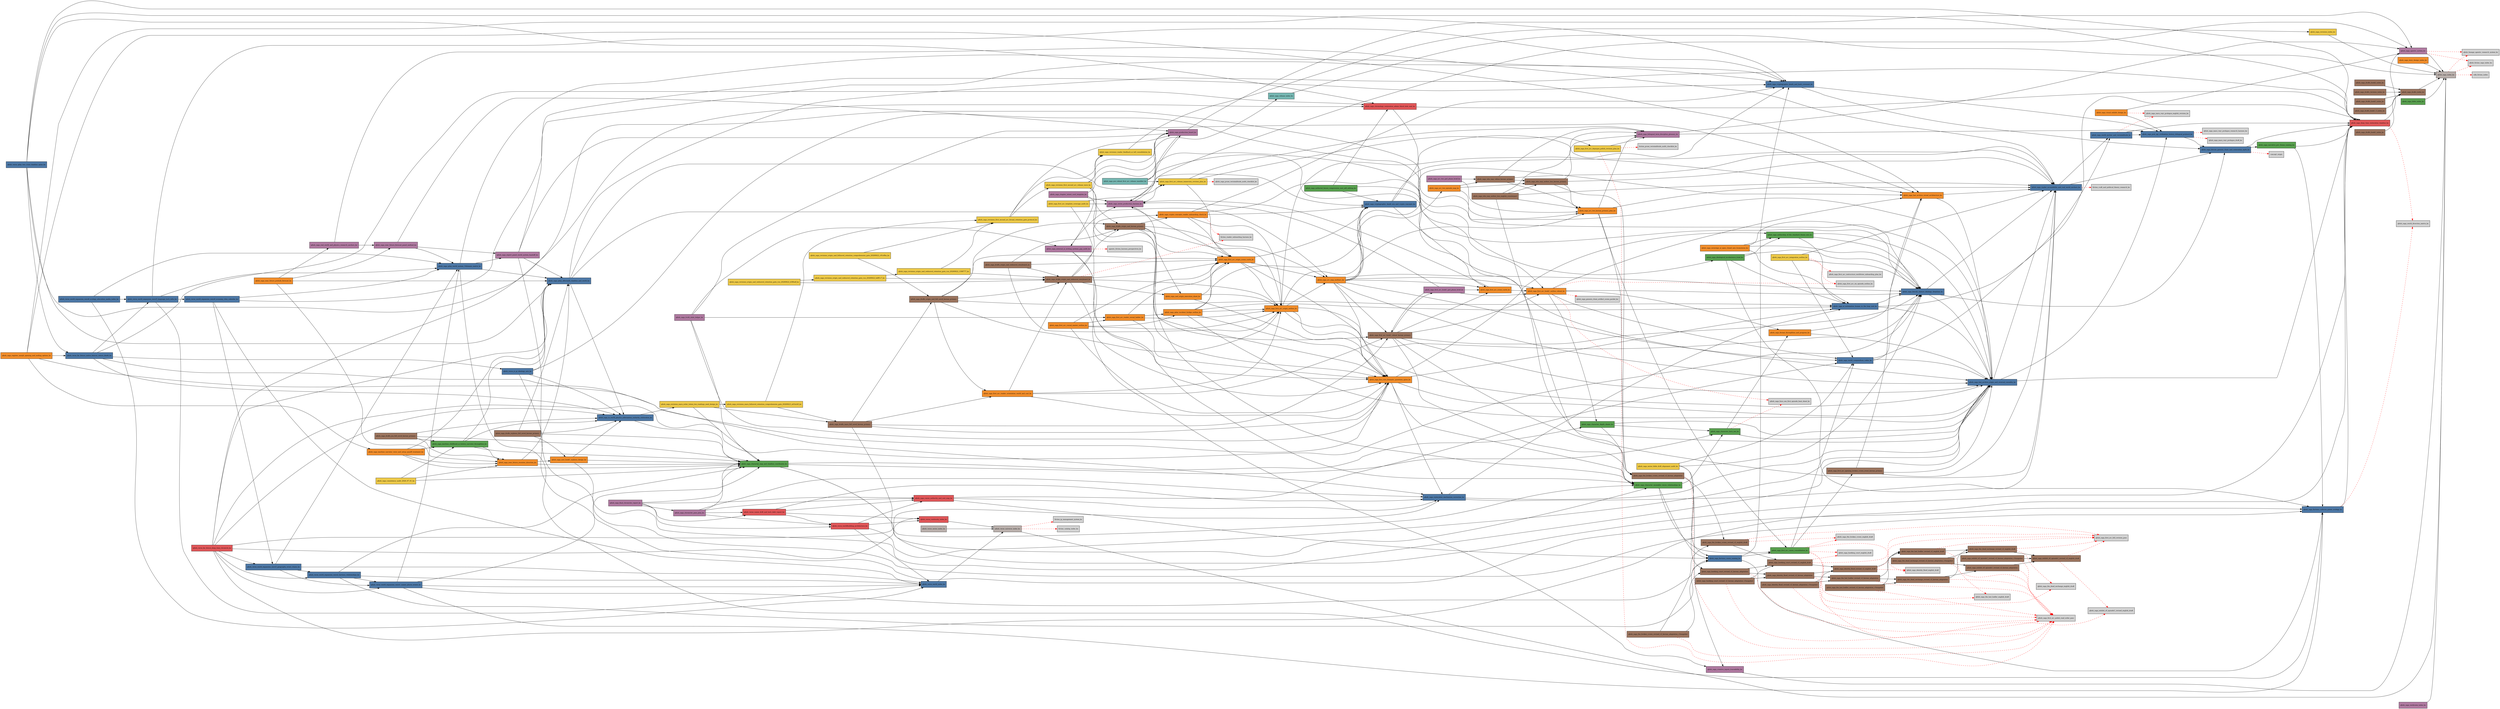
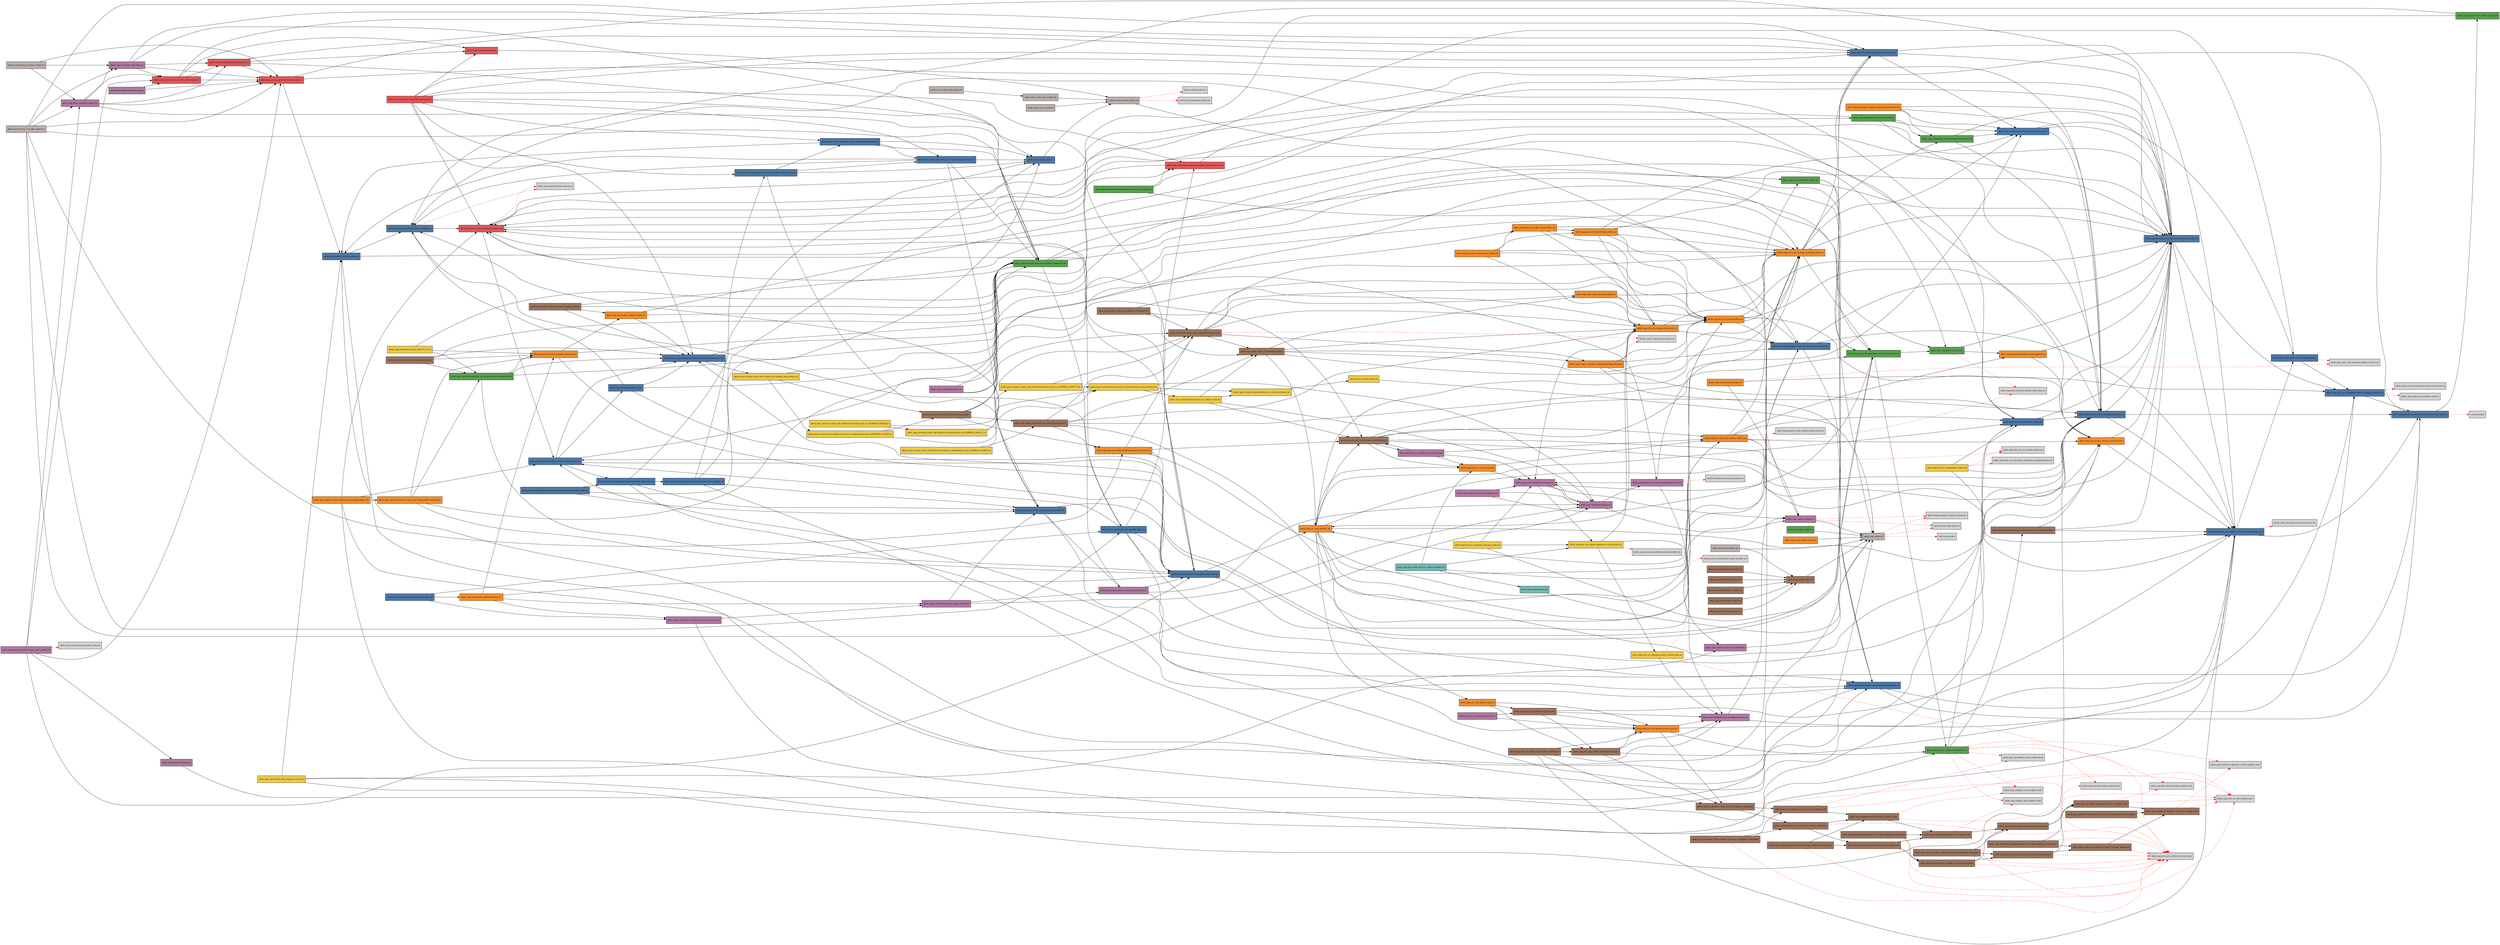
digraph qfuds_verse {
  rankdir=LR;
  node [shape=box, style=filled, fontsize=9];
  "qfuds_saga_canon_authority_and_ssot_map_ko" [fillcolor="#e15759", label="qfuds_saga_canon_authority_and_ssot_map_ko"];
  "qfuds_saga_deep_time_restoration_timeline_ko" [fillcolor="#e15759", label="qfuds_saga_deep_time_restoration_timeline_ko"];
  "qfuds_saga_chronology_restoration_admin_black_hole_seat_ko" [fillcolor="#e15759", label="qfuds_saga_chronology_restoration_admin_black_hole_seat_ko"];
  "qfuds_verse_far_future_deep_time_chronicle_ko" [fillcolor="#e15759", label="qfuds_verse_far_future_deep_time_chronicle_ko"];
  "qfuds_verse_worldbuilding_architecture_ko" [fillcolor="#e15759", label="qfuds_verse_worldbuilding_architecture_ko"];
  "qfuds_verse_canon_drift_and_tech_debt_report_ko" [fillcolor="#e15759", label="qfuds_verse_canon_drift_and_tech_debt_report_ko"];
  "qfuds_verse_continuity_index_ko" [fillcolor="#e15759", label="qfuds_verse_continuity_index_ko"];
  "qfuds_saga_world_anchor_and_verisimilitude_ko" [fillcolor="#4e79a7", label="qfuds_saga_world_anchor_and_verisimilitude_ko"];
  "qfuds_saga_factions_cultures_power_ecology_ko" [fillcolor="#4e79a7", label="qfuds_saga_factions_cultures_power_ecology_ko"];
  "qfuds_saga_bitcoin_genesis_chain_and_restoration_myth_ko" [fillcolor="#4e79a7", label="qfuds_saga_bitcoin_genesis_chain_and_restoration_myth_ko"];
  "qfuds_saga_post_agi_civilization_history_bilingual_protocol_ko" [fillcolor="#4e79a7", label="qfuds_saga_post_agi_civilization_history_bilingual_protocol_ko"];
  "qfuds_saga_cryptographic_death_and_hash_covenant_ko" [fillcolor="#4e79a7", label="qfuds_saga_cryptographic_death_and_hash_covenant_ko"];
  "qfuds_saga_reader_accessibility_and_real_world_anchors_ko" [fillcolor="#4e79a7", label="qfuds_saga_reader_accessibility_and_real_world_anchors_ko"];
  "qfuds_saga_last_archive_origin_and_reversal_causality_ko" [fillcolor="#4e79a7", label="qfuds_saga_last_archive_origin_and_reversal_causality_ko"];
  "qfuds_saga_cryptographic_death_era_and_crypto_concepts_ko" [fillcolor="#4e79a7", label="qfuds_saga_cryptographic_death_era_and_crypto_concepts_ko"];
  "qfuds_saga_factions_canon_naming_ko" [fillcolor="#4e79a7", label="qfuds_saga_factions_canon_naming_ko"];
  "qfuds_saga_bitcoin_stature_ideology_deeptime_ko" [fillcolor="#4e79a7", label="qfuds_saga_bitcoin_stature_ideology_deeptime_ko"];
  "qfuds_saga_world_compendium_codex_ko" [fillcolor="#4e79a7", label="qfuds_saga_world_compendium_codex_ko"];
  "qfuds_saga_ai_automation_human_in_the_loop_ssot_ko" [fillcolor="#4e79a7", label="qfuds_saga_ai_automation_human_in_the_loop_ssot_ko"];
  "qfuds_saga_restoration_mechanism_correction_ko" [fillcolor="#4e79a7", label="qfuds_saga_restoration_mechanism_correction_ko"];
  "qfuds_saga_in_world_physics_information_unitarity_restoration_ko" [fillcolor="#4e79a7", label="qfuds_saga_in_world_physics_information_unitarity_restoration_ko"];
  "qfuds_saga_qday_aftermath_timeline_and_world_ko" [fillcolor="#4e79a7", label="qfuds_saga_qday_aftermath_timeline_and_world_ko"];
  "qfuds_saga_qday_world_system_14domain_matrix_ko" [fillcolor="#4e79a7", label="qfuds_saga_qday_world_system_14domain_matrix_ko"];
  "qfuds_verse_world_expansion_wave1_names_places_events_ko" [fillcolor="#4e79a7", label="qfuds_verse_world_expansion_wave1_names_places_events_ko"];
  "qfuds_verse_world_expansion_wave2_factions_relationships_ko" [fillcolor="#4e79a7", label="qfuds_verse_world_expansion_wave2_factions_relationships_ko"];
  "qfuds_verse_world_expansion_wave3_geography_event_chains_ko" [fillcolor="#4e79a7", label="qfuds_verse_world_expansion_wave3_geography_event_chains_ko"];
  "qfuds_verse_world_expansion_wave4_economy_rites_calendar_ko" [fillcolor="#4e79a7", label="qfuds_verse_world_expansion_wave4_economy_rites_calendar_ko"];
  "qfuds_verse_world_expansion_wave5_language_tech_infra_ko" [fillcolor="#4e79a7", label="qfuds_verse_world_expansion_wave5_language_tech_infra_ko"];
  "qfuds_verse_world_expansion_wave6_ecology_education_media_index_ko" [fillcolor="#4e79a7", label="qfuds_verse_world_expansion_wave6_ecology_education_media_index_ko"];
  "qfuds_verse_yi_gi_ideology_axis_ko" [fillcolor="#4e79a7", label="qfuds_verse_yi_gi_ideology_axis_ko"];
  "qfuds_verse_far_future_native_lexicon_return_death_ko" [fillcolor="#4e79a7", label="qfuds_verse_far_future_native_lexicon_return_death_ko"];
  "qfuds_verse_qday_two_crisis_timeline_spine_ko" [fillcolor="#4e79a7", label="qfuds_verse_qday_two_crisis_timeline_spine_ko"];
+   "qfuds_verse_deeptime_catastrophe_pillar_spine_ko" [fillcolor="#4e79a7", label="qfuds_verse_deeptime_catastrophe_pillar_spine_ko"];
  "qfuds_verse_world_index_ko" [fillcolor="#4e79a7", label="qfuds_verse_world_index_ko"];
  "qfuds_verse_series_index_ko" [fillcolor="#bab0ac", label="qfuds_verse_series_index_ko"];
+   "qfuds_saga_encyclopedia_ko" [fillcolor="#bab0ac", label="qfuds_saga_encyclopedia_ko"];
  "qfuds_saga_narrative_pov_theme_naming_ko" [fillcolor="#59a14f", label="qfuds_saga_narrative_pov_theme_naming_ko"];
  "qfuds_saga_first_arc_canon_consolidation_ko" [fillcolor="#59a14f", label="qfuds_saga_first_arc_canon_consolidation_ko"];
  "qfuds_saga_character_liora_sen_ko" [fillcolor="#59a14f", label="qfuds_saga_character_liora_sen_ko"];
  "qfuds_saga_authorial_lenses_compression_ssot_soft_editing_ko" [fillcolor="#59a14f", label="qfuds_saga_authorial_lenses_compression_ssot_soft_editing_ko"];
  "qfuds_saga_character_ensemble_voices_relationships_ko" [fillcolor="#59a14f", label="qfuds_saga_character_ensemble_voices_relationships_ko"];
  "qfuds_saga_character_depth_sheets_ko" [fillcolor="#59a14f", label="qfuds_saga_character_depth_sheets_ko"];
  "qfuds_saga_authorship_of_the_standard_theme_axis_ko" [fillcolor="#59a14f", label="qfuds_saga_authorship_of_the_standard_theme_axis_ko"];
  "qfuds_saga_ideological_incoherence_triad_ko" [fillcolor="#59a14f", label="qfuds_saga_ideological_incoherence_triad_ko"];
  "qfuds_saga_character_map_and_timeline_coordinates_ko" [fillcolor="#59a14f", label="qfuds_saga_character_map_and_timeline_coordinates_ko"];
  "qfuds_saga_machine_childhood_ai_history_narrator_throughline_ko" [fillcolor="#59a14f", label="qfuds_saga_machine_childhood_ai_history_narrator_throughline_ko"];
  "qfuds_saga_bible_index_ko" [fillcolor="#59a14f", label="qfuds_saga_bible_index_ko"];
  "qfuds_saga_agentic_system_ko" [fillcolor="#b07aa1", label="qfuds_saga_agentic_system_ko"];
  "qfuds_saga_bilingual_term_discipline_glossary_ko" [fillcolor="#b07aa1", label="qfuds_saga_bilingual_term_discipline_glossary_ko"];
  "qfuds_saga_arc_two_gsd_phase_brief_ko" [fillcolor="#b07aa1", label="qfuds_saga_arc_two_gsd_phase_brief_ko"];
  "qfuds_saga_series_production_harness_ko" [fillcolor="#b07aa1", label="qfuds_saga_series_production_harness_ko"];
  "qfuds_saga_creative_inputs_traceability_ko" [fillcolor="#b07aa1", label="qfuds_saga_creative_inputs_traceability_ko"];
  "qfuds_saga_first_arc_book1_gsd_phase_brief_ko" [fillcolor="#b07aa1", label="qfuds_saga_first_arc_book1_gsd_phase_brief_ko"];
  "qfuds_saga_external_ai_writing_systems_gap_audit_ko" [fillcolor="#b07aa1", label="qfuds_saga_external_ai_writing_systems_gap_audit_ko"];
  "qfuds_saga_production_board_ko" [fillcolor="#b07aa1", label="qfuds_saga_production_board_ko"];
  "qfuds_saga_chapter_intent_card_template_ko" [fillcolor="#b07aa1", label="qfuds_saga_chapter_intent_card_template_ko"];
  "qfuds_saga_expert_panel_world_system_handoff_ko" [fillcolor="#b07aa1", label="qfuds_saga_expert_panel_world_system_handoff_ko"];
  "qfuds_saga_near_future_forecast_panel_method_ko" [fillcolor="#b07aa1", label="qfuds_saga_near_future_forecast_panel_method_ko"];
  "qfuds_saga_real_world_and_physics_research_anchors_ko" [fillcolor="#b07aa1", label="qfuds_saga_real_world_and_physics_research_anchors_ko"];
  "qfuds_saga_truth_state_ledger_ko" [fillcolor="#b07aa1", label="qfuds_saga_truth_state_ledger_ko"];
  "qfuds_saga_chronicler_pass_plan_ko" [fillcolor="#b07aa1", label="qfuds_saga_chronicler_pass_plan_ko"];
  "qfuds_saga_final_chronicler_report_ko" [fillcolor="#b07aa1", label="qfuds_saga_final_chronicler_report_ko"];
+   "qfuds_saga_fable_worldview_canon_audit_prompt_ko" [fillcolor="#b07aa1", label="qfuds_saga_fable_worldview_canon_audit_prompt_ko"];
+   "qfuds_verse_shelf_renumber_map_ko" [fillcolor="#b07aa1", label="qfuds_verse_shelf_renumber_map_ko"];
  "qfuds_saga_workroom_index_ko" [fillcolor="#b07aa1", label="qfuds_saga_workroom_index_ko"];
  "qfuds_saga_visual_exhibit_design_ko" [fillcolor="#f28e2b", label="qfuds_saga_visual_exhibit_design_ko"];
  "qfuds_saga_arc_two_korean_primary_plan_ko" [fillcolor="#f28e2b", label="qfuds_saga_arc_two_korean_primary_plan_ko"];
  "qfuds_saga_last_archive_reveal_architecture_ko" [fillcolor="#f28e2b", label="qfuds_saga_last_archive_reveal_architecture_ko"];
  "qfuds_saga_format_throughline_and_progress_ko" [fillcolor="#f28e2b", label="qfuds_saga_format_throughline_and_progress_ko"];
  "qfuds_saga_arc_two_episode_map_ko" [fillcolor="#f28e2b", label="qfuds_saga_arc_two_episode_map_ko"];
  "qfuds_saga_arc_map_multiarc_ko" [fillcolor="#f28e2b", label="qfuds_saga_arc_map_multiarc_ko"];
  "qfuds_saga_first_arc_book1_outline_reboot_ko" [fillcolor="#f28e2b", label="qfuds_saga_first_arc_book1_outline_reboot_ko"];
  "qfuds_saga_first_arc_scene_cards_ko" [fillcolor="#f28e2b", label="qfuds_saga_first_arc_scene_cards_ko"];
  "qfuds_saga_sovereign_ai_open_closed_axis_brainstorm_ko" [fillcolor="#f28e2b", label="qfuds_saga_sovereign_ai_open_closed_axis_brainstorm_ko"];
  "qfuds_saga_five_core_dramatic_questions_spine_ko" [fillcolor="#f28e2b", label="qfuds_saga_five_core_dramatic_questions_spine_ko"];
  "qfuds_saga_first_arc_origin_outline_ko" [fillcolor="#f28e2b", label="qfuds_saga_first_arc_origin_outline_ko"];
  "qfuds_saga_first_arc_origin_scene_cards_ko" [fillcolor="#f28e2b", label="qfuds_saga_first_arc_origin_scene_cards_ko"];
  "qfuds_saga_crypto_concepts_reader_onboarding_check_ko" [fillcolor="#f28e2b", label="qfuds_saga_crypto_concepts_reader_onboarding_check_ko"];
  "qfuds_saga_sael_origin_execution_sheet_ko" [fillcolor="#f28e2b", label="qfuds_saga_sael_origin_execution_sheet_ko"];
  "qfuds_saga_qday_incident_bridge_outline_ko" [fillcolor="#f28e2b", label="qfuds_saga_qday_incident_bridge_outline_ko"];
  "qfuds_saga_first_arc_reader_reveal_ladder_ko" [fillcolor="#f28e2b", label="qfuds_saga_first_arc_reader_reveal_ladder_ko"];
  "qfuds_saga_first_arc_causal_master_outline_ko" [fillcolor="#f28e2b", label="qfuds_saga_first_arc_causal_master_outline_ko"];
  "qfuds_saga_first_arc_reader_orientation_world_and_cast_ko" [fillcolor="#f28e2b", label="qfuds_saga_first_arc_reader_orientation_world_and_cast_ko"];
  "qfuds_saga_new_book1_orpheus_design_ko" [fillcolor="#f28e2b", label="qfuds_saga_new_book1_orpheus_design_ko"];
  "qfuds_saga_near_future_recenter_direction_ko" [fillcolor="#f28e2b", label="qfuds_saga_near_future_recenter_direction_ko"];
  "qfuds_saga_machine_narrator_voice_and_setup_payoff_treatment_ko" [fillcolor="#f28e2b", label="qfuds_saga_machine_narrator_voice_and_setup_payoff_treatment_ko"];
  "qfuds_saga_near_future_prelude_forecast_ko" [fillcolor="#f28e2b", label="qfuds_saga_near_future_prelude_forecast_ko"];
  "qfuds_saga_register_morph_opening_and_ending_options_ko" [fillcolor="#f28e2b", label="qfuds_saga_register_morph_opening_and_ending_options_ko"];
  "qfuds_saga_story_design_index_ko" [fillcolor="#f28e2b", label="qfuds_saga_story_design_index_ko"];
  "qfuds_saga_drafts_jua_full_novel_korean_primary" [fillcolor="#9c755f", label="qfuds_saga_drafts_jua_full_novel_korean_primary"];
  "qfuds_saga_drafts_origin_sael_korean_primary" [fillcolor="#9c755f", label="qfuds_saga_drafts_origin_sael_korean_primary"];
  "qfuds_saga_drafts_origin_sael_webnovel_storyboard_ko" [fillcolor="#9c755f", label="qfuds_saga_drafts_origin_sael_webnovel_storyboard_ko"];
  "qfuds_saga_drafts_origin_sael_webnovel_storyboard_en" [fillcolor="#9c755f", label="qfuds_saga_drafts_origin_sael_webnovel_storyboard_en"];
  "qfuds_saga_drafts_origin_sael_full_novel_korean_primary" [fillcolor="#9c755f", label="qfuds_saga_drafts_origin_sael_full_novel_korean_primary"];
  "qfuds_saga_drafts_book1_5_index_ko" [fillcolor="#9c755f", label="qfuds_saga_drafts_book1_5_index_ko"];
  "qfuds_saga_drafts_orpheus_full_novel_korean_primary" [fillcolor="#9c755f", label="qfuds_saga_drafts_orpheus_full_novel_korean_primary"];
  "qfuds_saga_drafts_book1_index_ko" [fillcolor="#9c755f", label="qfuds_saga_drafts_book1_index_ko"];
  "qfuds_saga_first_arc_book1_reboot_korean_primary" [fillcolor="#9c755f", label="qfuds_saga_first_arc_book1_reboot_korean_primary"];
  "qfuds_saga_drafts_mara_full_novel_korean_primary" [fillcolor="#9c755f", label="qfuds_saga_drafts_mara_full_novel_korean_primary"];
  "qfuds_saga_drafts_book2_index_ko" [fillcolor="#9c755f", label="qfuds_saga_drafts_book2_index_ko"];
  "qfuds_saga_exhibit_s0_episode1_revised_v2_english_draft" [fillcolor="#9c755f", label="qfuds_saga_exhibit_s0_episode1_revised_v2_english_draft"];
  "qfuds_saga_the_dead_exchange_revised_v2_english_draft" [fillcolor="#9c755f", label="qfuds_saga_the_dead_exchange_revised_v2_english_draft"];
  "qfuds_saga_the_last_hodler_revised_v2_english_draft" [fillcolor="#9c755f", label="qfuds_saga_the_last_hodler_revised_v2_english_draft"];
  "qfuds_saga_identity_flood_revised_v2_english_draft" [fillcolor="#9c755f", label="qfuds_saga_identity_flood_revised_v2_english_draft"];
  "qfuds_saga_hawking_court_revised_v2_english_draft" [fillcolor="#9c755f", label="qfuds_saga_hawking_court_revised_v2_english_draft"];
  "qfuds_saga_the_broken_crown_revised_v2_english_draft" [fillcolor="#9c755f", label="qfuds_saga_the_broken_crown_revised_v2_english_draft"];
  "qfuds_saga_exhibit_s0_episode1_revised_v2_korean_adaptation" [fillcolor="#9c755f", label="qfuds_saga_exhibit_s0_episode1_revised_v2_korean_adaptation"];
  "qfuds_saga_the_dead_exchange_revised_v2_korean_adaptation" [fillcolor="#9c755f", label="qfuds_saga_the_dead_exchange_revised_v2_korean_adaptation"];
  "qfuds_saga_the_last_hodler_revised_v2_korean_adaptation" [fillcolor="#9c755f", label="qfuds_saga_the_last_hodler_revised_v2_korean_adaptation"];
  "qfuds_saga_identity_flood_revised_v2_korean_adaptation" [fillcolor="#9c755f", label="qfuds_saga_identity_flood_revised_v2_korean_adaptation"];
  "qfuds_saga_hawking_court_revised_v2_korean_adaptation" [fillcolor="#9c755f", label="qfuds_saga_hawking_court_revised_v2_korean_adaptation"];
  "qfuds_saga_the_broken_crown_revised_v2_korean_adaptation" [fillcolor="#9c755f", label="qfuds_saga_the_broken_crown_revised_v2_korean_adaptation"];
  "qfuds_saga_first_arc_opening_broken_crown_event_korean_primary" [fillcolor="#9c755f", label="qfuds_saga_first_arc_opening_broken_crown_event_korean_primary"];
  "qfuds_saga_exhibit_s0_episode1_revised_v2_korean_adaptation_v3snapshot" [fillcolor="#9c755f", label="qfuds_saga_exhibit_s0_episode1_revised_v2_korean_adaptation_v3snapshot"];
  "qfuds_saga_the_dead_exchange_revised_v2_korean_adaptation_v3snapshot" [fillcolor="#9c755f", label="qfuds_saga_the_dead_exchange_revised_v2_korean_adaptation_v3snapshot"];
  "qfuds_saga_the_last_hodler_revised_v2_korean_adaptation_v3snapshot" [fillcolor="#9c755f", label="qfuds_saga_the_last_hodler_revised_v2_korean_adaptation_v3snapshot"];
  "qfuds_saga_identity_flood_revised_v2_korean_adaptation_v3snapshot" [fillcolor="#9c755f", label="qfuds_saga_identity_flood_revised_v2_korean_adaptation_v3snapshot"];
  "qfuds_saga_hawking_court_revised_v2_korean_adaptation_v3snapshot" [fillcolor="#9c755f", label="qfuds_saga_hawking_court_revised_v2_korean_adaptation_v3snapshot"];
  "qfuds_saga_the_broken_crown_revised_v2_korean_adaptation_v3snapshot" [fillcolor="#9c755f", label="qfuds_saga_the_broken_crown_revised_v2_korean_adaptation_v3snapshot"];
  "qfuds_saga_drafts_versions_index_ko" [fillcolor="#9c755f", label="qfuds_saga_drafts_versions_index_ko"];
  "qfuds_saga_who_may_author_loss_korean_primary" [fillcolor="#9c755f", label="qfuds_saga_who_may_author_loss_korean_primary"];
  "qfuds_saga_who_may_author_loss_english_counterpart" [fillcolor="#9c755f", label="qfuds_saga_who_may_author_loss_english_counterpart"];
  "qfuds_saga_who_may_refuse_korean_primary" [fillcolor="#9c755f", label="qfuds_saga_who_may_refuse_korean_primary"];
  "qfuds_saga_drafts_book3_index_ko" [fillcolor="#9c755f", label="qfuds_saga_drafts_book3_index_ko"];
  "qfuds_saga_drafts_index_ko" [fillcolor="#9c755f", label="qfuds_saga_drafts_index_ko"];
  "qfuds_saga_first_arc_dejargon_polish_revision_plan_ko" [fillcolor="#edc948", label="qfuds_saga_first_arc_dejargon_polish_revision_plan_ko"];
  "qfuds_saga_first_arc_release_immersion_revision_plan_ko" [fillcolor="#edc948", label="qfuds_saga_first_arc_release_immersion_revision_plan_ko"];
  "qfuds_saga_first_arc_template_coverage_audit_ko" [fillcolor="#edc948", label="qfuds_saga_first_arc_template_coverage_audit_ko"];
  "qfuds_saga_first_arc_integration_outline_ko" [fillcolor="#edc948", label="qfuds_saga_first_arc_integration_outline_ko"];
  "qfuds_saga_series_bible_drift_alignment_audit_ko" [fillcolor="#edc948", label="qfuds_saga_series_bible_drift_alignment_audit_ko"];
  "qfuds_saga_revisions_reader_feedback_ai_tell_consolidation_ko" [fillcolor="#edc948", label="qfuds_saga_revisions_reader_feedback_ai_tell_consolidation_ko"];
  "qfuds_saga_revisions_first_second_arc_release_wave_ko" [fillcolor="#edc948", label="qfuds_saga_revisions_first_second_arc_release_wave_ko"];
  "qfuds_saga_revisions_first_second_arc_formal_retention_gate_protocol_ko" [fillcolor="#edc948", label="qfuds_saga_revisions_first_second_arc_formal_retention_gate_protocol_ko"];
  "qfuds_saga_revisions_origin_sael_webnovel_retention_gate_run_20260622_1308777_ko" [fillcolor="#edc948", label="qfuds_saga_revisions_origin_sael_webnovel_retention_gate_run_20260622_1308777_ko"];
  "qfuds_saga_revisions_origin_sael_webnovel_retention_gate_run_20260622_bdff1c7_ko" [fillcolor="#edc948", label="qfuds_saga_revisions_origin_sael_webnovel_retention_gate_run_20260622_bdff1c7_ko"];
  "qfuds_saga_revisions_origin_sael_webnovel_retention_gate_run_20260622_b5f0edf_ko" [fillcolor="#edc948", label="qfuds_saga_revisions_origin_sael_webnovel_retention_gate_run_20260622_b5f0edf_ko"];
  "qfuds_saga_revisions_origin_sael_fullnovel_retention_comprehension_gate_20260622_c91e9be_ko" [fillcolor="#edc948", label="qfuds_saga_revisions_origin_sael_fullnovel_retention_comprehension_gate_20260622_c91e9be_ko"];
  "qfuds_saga_revisions_mara_fullnovel_retention_comprehension_gate_20260623_a41bcb9_ko" [fillcolor="#edc948", label="qfuds_saga_revisions_mara_fullnovel_retention_comprehension_gate_20260623_a41bcb9_ko"];
  "qfuds_saga_revisions_mara_order_totem_two_readings_seed_design_ko" [fillcolor="#edc948", label="qfuds_saga_revisions_mara_order_totem_two_readings_seed_design_ko"];
  "qfuds_saga_consistency_audit_2026_07_01_ko" [fillcolor="#edc948", label="qfuds_saga_consistency_audit_2026_07_01_ko"];
  "qfuds_saga_revisions_index_ko" [fillcolor="#edc948", label="qfuds_saga_revisions_index_ko"];
  "qfuds_saga_pre_reboot_first_arc_release_manifest_ko" [fillcolor="#76b7b2", label="qfuds_saga_pre_reboot_first_arc_release_manifest_ko"];
  "qfuds_saga_release_index_ko" [fillcolor="#76b7b2", label="qfuds_saga_release_index_ko"];
  "qfuds_saga_index_ko" [fillcolor="#bab0ac", label="qfuds_saga_index_ko"];
  "qfuds_verse_universe_index_ko" [fillcolor="#bab0ac", label="qfuds_verse_universe_index_ko"];
+   "qfuds_verse_fiction_v2_reader_report_ko" [fillcolor="#bab0ac", label="qfuds_verse_fiction_v2_reader_report_ko"];
+   "qfuds_verse_fiction_v2_source_triage_ko" [fillcolor="#bab0ac", label="qfuds_verse_fiction_v2_source_triage_ko"];
+   "qfuds_verse_codex_web_deploy_ko" [fillcolor="#bab0ac", label="qfuds_verse_codex_web_deploy_ko"];
+   "qfuds_verse_codex_web_readme_ko" [fillcolor="#bab0ac", label="qfuds_verse_codex_web_readme_ko"];
  "qfuds_saga_canon_authority_and_ssot_map_ko" -> "qfuds_saga_world_compendium_codex_ko";
  "qfuds_saga_canon_authority_and_ssot_map_ko" -> "qfuds_saga_restoration_mechanism_correction_ko";
  "qfuds_saga_canon_authority_and_ssot_map_ko" -> "qfuds_saga_factions_canon_naming_ko";
  "qfuds_saga_deep_time_restoration_timeline_ko" -> "qfuds_saga_world_direction_matrix_ko" [style=dashed, color=red];
  "qfuds_saga_deep_time_restoration_timeline_ko" -> "qfuds_saga_agentic_system_ko";
+   "qfuds_saga_deep_time_restoration_timeline_ko" -> "qfuds_verse_far_future_native_lexicon_return_death_ko";
  "qfuds_saga_chronology_restoration_admin_black_hole_seat_ko" -> "qfuds_saga_last_archive_origin_and_reversal_causality_ko";
  "qfuds_saga_chronology_restoration_admin_black_hole_seat_ko" -> "qfuds_saga_deep_time_restoration_timeline_ko";
  "qfuds_verse_far_future_deep_time_chronicle_ko" -> "qfuds_verse_continuity_index_ko";
  "qfuds_verse_far_future_deep_time_chronicle_ko" -> "qfuds_saga_deep_time_restoration_timeline_ko";
  "qfuds_verse_far_future_deep_time_chronicle_ko" -> "qfuds_saga_chronology_restoration_admin_black_hole_seat_ko";
  "qfuds_verse_far_future_deep_time_chronicle_ko" -> "qfuds_saga_qday_aftermath_timeline_and_world_ko";
  "qfuds_verse_far_future_deep_time_chronicle_ko" -> "qfuds_saga_restoration_mechanism_correction_ko";
  "qfuds_verse_far_future_deep_time_chronicle_ko" -> "qfuds_saga_in_world_physics_information_unitarity_restoration_ko";
  "qfuds_verse_far_future_deep_time_chronicle_ko" -> "qfuds_saga_bitcoin_stature_ideology_deeptime_ko";
  "qfuds_verse_far_future_deep_time_chronicle_ko" -> "qfuds_verse_world_expansion_wave1_names_places_events_ko";
  "qfuds_verse_far_future_deep_time_chronicle_ko" -> "qfuds_verse_world_expansion_wave2_factions_relationships_ko";
  "qfuds_verse_far_future_deep_time_chronicle_ko" -> "qfuds_verse_world_expansion_wave3_geography_event_chains_ko";
  "qfuds_verse_worldbuilding_architecture_ko" -> "qfuds_verse_continuity_index_ko";
  "qfuds_verse_worldbuilding_architecture_ko" -> "qfuds_saga_canon_authority_and_ssot_map_ko";
  "qfuds_verse_worldbuilding_architecture_ko" -> "qfuds_verse_world_index_ko";
  "qfuds_verse_worldbuilding_architecture_ko" -> "qfuds_saga_last_archive_origin_and_reversal_causality_ko";
  "qfuds_verse_canon_drift_and_tech_debt_report_ko" -> "qfuds_verse_worldbuilding_architecture_ko";
  "qfuds_verse_canon_drift_and_tech_debt_report_ko" -> "qfuds_verse_continuity_index_ko";
  "qfuds_verse_canon_drift_and_tech_debt_report_ko" -> "qfuds_saga_canon_authority_and_ssot_map_ko";
  "qfuds_verse_canon_drift_and_tech_debt_report_ko" -> "qfuds_saga_restoration_mechanism_correction_ko";
  "qfuds_verse_continuity_index_ko" -> "qfuds_verse_universe_index_ko";
  "qfuds_saga_world_anchor_and_verisimilitude_ko" -> "qfuds_saga_deep_time_restoration_timeline_ko";
  "qfuds_saga_world_anchor_and_verisimilitude_ko" -> "qfuds_saga_post_agi_civilization_history_bilingual_protocol_ko";
  "qfuds_saga_world_anchor_and_verisimilitude_ko" -> "qfuds_saga_mara_veyr_prologue_english_revision_ko" [style=dashed, color=red];
  "qfuds_saga_factions_cultures_power_ecology_ko" -> "qfuds_saga_deep_time_restoration_timeline_ko";
  "qfuds_saga_factions_cultures_power_ecology_ko" -> "qfuds_saga_world_direction_matrix_ko" [style=dashed, color=red];
  "qfuds_saga_bitcoin_genesis_chain_and_restoration_myth_ko" -> "qfuds_saga_narrative_pov_theme_naming_ko";
  "qfuds_saga_bitcoin_genesis_chain_and_restoration_myth_ko" -> "qfuds_saga_deep_time_restoration_timeline_ko";
  "qfuds_saga_bitcoin_genesis_chain_and_restoration_myth_ko" -> "concept_origin" [style=dashed, color=red];
+   "qfuds_saga_bitcoin_genesis_chain_and_restoration_myth_ko" -> "qfuds_verse_far_future_native_lexicon_return_death_ko";
  "qfuds_saga_post_agi_civilization_history_bilingual_protocol_ko" -> "qfuds_saga_mara_veyr_prologue_draft_ko" [style=dashed, color=red];
  "qfuds_saga_post_agi_civilization_history_bilingual_protocol_ko" -> "qfuds_saga_mara_veyr_prologue_research_harness_ko" [style=dashed, color=red];
  "qfuds_saga_post_agi_civilization_history_bilingual_protocol_ko" -> "qfuds_saga_bitcoin_genesis_chain_and_restoration_myth_ko";
  "qfuds_saga_cryptographic_death_and_hash_covenant_ko" -> "qfuds_saga_bitcoin_genesis_chain_and_restoration_myth_ko";
  "qfuds_saga_cryptographic_death_and_hash_covenant_ko" -> "qfuds_saga_post_agi_civilization_history_bilingual_protocol_ko";
  "qfuds_saga_reader_accessibility_and_real_world_anchors_ko" -> "qfuds_saga_bitcoin_genesis_chain_and_restoration_myth_ko";
  "qfuds_saga_reader_accessibility_and_real_world_anchors_ko" -> "qfuds_saga_world_anchor_and_verisimilitude_ko";
  "qfuds_saga_reader_accessibility_and_real_world_anchors_ko" -> "fiction_craft_and_political_theory_research_ko" [style=dashed, color=red];
  "qfuds_saga_last_archive_origin_and_reversal_causality_ko" -> "qfuds_saga_deep_time_restoration_timeline_ko";
  "qfuds_saga_last_archive_origin_and_reversal_causality_ko" -> "qfuds_saga_reader_accessibility_and_real_world_anchors_ko";
  "qfuds_saga_last_archive_origin_and_reversal_causality_ko" -> "qfuds_saga_post_agi_civilization_history_bilingual_protocol_ko";
  "qfuds_saga_cryptographic_death_era_and_crypto_concepts_ko" -> "qfuds_saga_cryptographic_death_and_hash_covenant_ko";
  "qfuds_saga_cryptographic_death_era_and_crypto_concepts_ko" -> "qfuds_saga_reader_accessibility_and_real_world_anchors_ko";
  "qfuds_saga_cryptographic_death_era_and_crypto_concepts_ko" -> "qfuds_saga_last_archive_origin_and_reversal_causality_ko";
  "qfuds_saga_factions_canon_naming_ko" -> "qfuds_saga_cryptographic_death_and_hash_covenant_ko";
  "qfuds_saga_factions_canon_naming_ko" -> "qfuds_saga_first_arc_canon_consolidation_ko";
  "qfuds_saga_factions_canon_naming_ko" -> "qfuds_saga_factions_cultures_power_ecology_ko";
  "qfuds_saga_bitcoin_stature_ideology_deeptime_ko" -> "qfuds_saga_reader_accessibility_and_real_world_anchors_ko";
  "qfuds_saga_bitcoin_stature_ideology_deeptime_ko" -> "qfuds_saga_last_archive_origin_and_reversal_causality_ko";
  "qfuds_saga_bitcoin_stature_ideology_deeptime_ko" -> "qfuds_saga_bitcoin_genesis_chain_and_restoration_myth_ko";
  "qfuds_saga_world_compendium_codex_ko" -> "qfuds_saga_deep_time_restoration_timeline_ko";
  "qfuds_saga_world_compendium_codex_ko" -> "qfuds_saga_last_archive_origin_and_reversal_causality_ko";
  "qfuds_saga_world_compendium_codex_ko" -> "qfuds_saga_bitcoin_stature_ideology_deeptime_ko";
  "qfuds_saga_ai_automation_human_in_the_loop_ssot_ko" -> "qfuds_saga_last_archive_origin_and_reversal_causality_ko";
  "qfuds_saga_ai_automation_human_in_the_loop_ssot_ko" -> "qfuds_saga_bitcoin_stature_ideology_deeptime_ko";
  "qfuds_saga_ai_automation_human_in_the_loop_ssot_ko" -> "qfuds_saga_world_anchor_and_verisimilitude_ko";
  "qfuds_saga_restoration_mechanism_correction_ko" -> "qfuds_saga_last_archive_origin_and_reversal_causality_ko";
  "qfuds_saga_restoration_mechanism_correction_ko" -> "qfuds_saga_reader_accessibility_and_real_world_anchors_ko";
  "qfuds_saga_restoration_mechanism_correction_ko" -> "qfuds_saga_ai_automation_human_in_the_loop_ssot_ko";
+   "qfuds_saga_restoration_mechanism_correction_ko" -> "qfuds_verse_far_future_native_lexicon_return_death_ko";
  "qfuds_saga_in_world_physics_information_unitarity_restoration_ko" -> "qfuds_saga_character_map_and_timeline_coordinates_ko";
  "qfuds_saga_in_world_physics_information_unitarity_restoration_ko" -> "qfuds_saga_revisions_mara_order_totem_two_readings_seed_design_ko";
  "qfuds_saga_qday_aftermath_timeline_and_world_ko" -> "qfuds_saga_deep_time_restoration_timeline_ko";
  "qfuds_saga_qday_aftermath_timeline_and_world_ko" -> "qfuds_saga_arc_map_multiarc_ko";
  "qfuds_saga_qday_aftermath_timeline_and_world_ko" -> "qfuds_saga_cryptographic_death_era_and_crypto_concepts_ko";
  "qfuds_saga_qday_aftermath_timeline_and_world_ko" -> "qfuds_saga_in_world_physics_information_unitarity_restoration_ko";
  "qfuds_saga_qday_world_system_14domain_matrix_ko" -> "qfuds_saga_qday_aftermath_timeline_and_world_ko";
  "qfuds_saga_qday_world_system_14domain_matrix_ko" -> "qfuds_saga_cryptographic_death_and_hash_covenant_ko";
  "qfuds_saga_qday_world_system_14domain_matrix_ko" -> "qfuds_saga_factions_cultures_power_ecology_ko";
  "qfuds_saga_qday_world_system_14domain_matrix_ko" -> "qfuds_saga_expert_panel_world_system_handoff_ko";
  "qfuds_verse_world_expansion_wave1_names_places_events_ko" -> "qfuds_verse_world_index_ko";
  "qfuds_verse_world_expansion_wave1_names_places_events_ko" -> "qfuds_saga_factions_canon_naming_ko";
  "qfuds_verse_world_expansion_wave1_names_places_events_ko" -> "qfuds_saga_character_map_and_timeline_coordinates_ko";
  "qfuds_verse_world_expansion_wave1_names_places_events_ko" -> "qfuds_saga_qday_world_system_14domain_matrix_ko";
  "qfuds_verse_world_expansion_wave1_names_places_events_ko" -> "qfuds_saga_factions_cultures_power_ecology_ko";
  "qfuds_verse_world_expansion_wave2_factions_relationships_ko" -> "qfuds_verse_world_expansion_wave1_names_places_events_ko";
  "qfuds_verse_world_expansion_wave2_factions_relationships_ko" -> "qfuds_verse_world_index_ko";
  "qfuds_verse_world_expansion_wave2_factions_relationships_ko" -> "qfuds_saga_factions_canon_naming_ko";
  "qfuds_verse_world_expansion_wave2_factions_relationships_ko" -> "qfuds_saga_character_map_and_timeline_coordinates_ko";
  "qfuds_verse_world_expansion_wave3_geography_event_chains_ko" -> "qfuds_verse_world_expansion_wave1_names_places_events_ko";
  "qfuds_verse_world_expansion_wave3_geography_event_chains_ko" -> "qfuds_verse_world_expansion_wave2_factions_relationships_ko";
  "qfuds_verse_world_expansion_wave3_geography_event_chains_ko" -> "qfuds_verse_world_index_ko";
  "qfuds_verse_world_expansion_wave3_geography_event_chains_ko" -> "qfuds_saga_qday_world_system_14domain_matrix_ko";
  "qfuds_verse_world_expansion_wave4_economy_rites_calendar_ko" -> "qfuds_verse_world_expansion_wave3_geography_event_chains_ko";
  "qfuds_verse_world_expansion_wave4_economy_rites_calendar_ko" -> "qfuds_verse_world_index_ko";
  "qfuds_verse_world_expansion_wave4_economy_rites_calendar_ko" -> "qfuds_saga_qday_world_system_14domain_matrix_ko";
  "qfuds_verse_world_expansion_wave4_economy_rites_calendar_ko" -> "qfuds_saga_cryptographic_death_and_hash_covenant_ko";
  "qfuds_verse_world_expansion_wave5_language_tech_infra_ko" -> "qfuds_verse_world_expansion_wave4_economy_rites_calendar_ko";
  "qfuds_verse_world_expansion_wave5_language_tech_infra_ko" -> "qfuds_verse_world_index_ko";
  "qfuds_verse_world_expansion_wave5_language_tech_infra_ko" -> "qfuds_saga_cryptographic_death_and_hash_covenant_ko";
  "qfuds_verse_world_expansion_wave5_language_tech_infra_ko" -> "qfuds_saga_qday_world_system_14domain_matrix_ko";
  "qfuds_verse_world_expansion_wave6_ecology_education_media_index_ko" -> "qfuds_verse_world_expansion_wave5_language_tech_infra_ko";
  "qfuds_verse_world_expansion_wave6_ecology_education_media_index_ko" -> "qfuds_verse_world_index_ko";
  "qfuds_verse_world_expansion_wave6_ecology_education_media_index_ko" -> "qfuds_saga_qday_world_system_14domain_matrix_ko";
  "qfuds_verse_yi_gi_ideology_axis_ko" -> "qfuds_saga_ideological_incoherence_triad_ko";
  "qfuds_verse_yi_gi_ideology_axis_ko" -> "qfuds_saga_factions_cultures_power_ecology_ko";
  "qfuds_verse_yi_gi_ideology_axis_ko" -> "qfuds_saga_qday_aftermath_timeline_and_world_ko";
  "qfuds_verse_yi_gi_ideology_axis_ko" -> "qfuds_saga_in_world_physics_information_unitarity_restoration_ko";
  "qfuds_verse_far_future_native_lexicon_return_death_ko" -> "qfuds_saga_restoration_mechanism_correction_ko";
  "qfuds_verse_far_future_native_lexicon_return_death_ko" -> "qfuds_saga_in_world_physics_information_unitarity_restoration_ko";
  "qfuds_verse_far_future_native_lexicon_return_death_ko" -> "qfuds_verse_yi_gi_ideology_axis_ko";
  "qfuds_verse_far_future_native_lexicon_return_death_ko" -> "qfuds_saga_chronology_restoration_admin_black_hole_seat_ko";
  "qfuds_verse_far_future_native_lexicon_return_death_ko" -> "qfuds_verse_world_expansion_wave5_language_tech_infra_ko";
  "qfuds_verse_qday_two_crisis_timeline_spine_ko" -> "qfuds_saga_deep_time_restoration_timeline_ko";
  "qfuds_verse_qday_two_crisis_timeline_spine_ko" -> "qfuds_saga_chronology_restoration_admin_black_hole_seat_ko";
  "qfuds_verse_qday_two_crisis_timeline_spine_ko" -> "qfuds_saga_qday_aftermath_timeline_and_world_ko";
  "qfuds_verse_qday_two_crisis_timeline_spine_ko" -> "qfuds_saga_cryptographic_death_and_hash_covenant_ko";
  "qfuds_verse_qday_two_crisis_timeline_spine_ko" -> "qfuds_saga_bitcoin_stature_ideology_deeptime_ko";
  "qfuds_verse_qday_two_crisis_timeline_spine_ko" -> "qfuds_verse_far_future_native_lexicon_return_death_ko";
+   "qfuds_verse_deeptime_catastrophe_pillar_spine_ko" -> "qfuds_verse_qday_two_crisis_timeline_spine_ko";
+   "qfuds_verse_deeptime_catastrophe_pillar_spine_ko" -> "qfuds_saga_near_future_prelude_forecast_ko";
+   "qfuds_verse_deeptime_catastrophe_pillar_spine_ko" -> "qfuds_saga_real_world_and_physics_research_anchors_ko";
  "qfuds_verse_world_index_ko" -> "qfuds_verse_universe_index_ko";
  "qfuds_verse_series_index_ko" -> "qfuds_verse_universe_index_ko";
+   "qfuds_saga_encyclopedia_ko" -> "qfuds_saga_index_ko";
+   "qfuds_saga_encyclopedia_ko" -> "qfuds_saga_drafts_index_ko";
  "qfuds_saga_narrative_pov_theme_naming_ko" -> "qfuds_saga_factions_cultures_power_ecology_ko";
  "qfuds_saga_narrative_pov_theme_naming_ko" -> "qfuds_saga_deep_time_restoration_timeline_ko";
  "qfuds_saga_first_arc_canon_consolidation_ko" -> "qfuds_saga_exhibit_s0_episode1_revised_english_draft" [style=dashed, color=red];
  "qfuds_saga_first_arc_canon_consolidation_ko" -> "qfuds_saga_the_dead_exchange_english_draft" [style=dashed, color=red];
  "qfuds_saga_first_arc_canon_consolidation_ko" -> "qfuds_saga_the_last_hodler_english_draft" [style=dashed, color=red];
  "qfuds_saga_first_arc_canon_consolidation_ko" -> "qfuds_saga_identity_flood_english_draft" [style=dashed, color=red];
  "qfuds_saga_first_arc_canon_consolidation_ko" -> "qfuds_saga_hawking_court_english_draft" [style=dashed, color=red];
  "qfuds_saga_first_arc_canon_consolidation_ko" -> "qfuds_saga_the_broken_crown_english_draft" [style=dashed, color=red];
  "qfuds_saga_first_arc_canon_consolidation_ko" -> "qfuds_saga_first_arc_opening_broken_crown_event_korean_primary";
  "qfuds_saga_first_arc_canon_consolidation_ko" -> "qfuds_saga_world_compendium_codex_ko";
  "qfuds_saga_character_liora_sen_ko" -> "qfuds_saga_liora_sen_first_episode_beat_sheet_ko" [style=dashed, color=red];
  "qfuds_saga_character_liora_sen_ko" -> "qfuds_saga_last_archive_origin_and_reversal_causality_ko";
  "qfuds_saga_character_liora_sen_ko" -> "qfuds_saga_format_throughline_and_progress_ko";
  "qfuds_saga_authorial_lenses_compression_ssot_soft_editing_ko" -> "qfuds_saga_last_archive_origin_and_reversal_causality_ko";
  "qfuds_saga_authorial_lenses_compression_ssot_soft_editing_ko" -> "qfuds_saga_chronology_restoration_admin_black_hole_seat_ko";
  "qfuds_saga_authorial_lenses_compression_ssot_soft_editing_ko" -> "qfuds_saga_cryptographic_death_era_and_crypto_concepts_ko";
  "qfuds_saga_character_ensemble_voices_relationships_ko" -> "qfuds_saga_character_liora_sen_ko";
  "qfuds_saga_character_ensemble_voices_relationships_ko" -> "qfuds_saga_first_arc_canon_consolidation_ko";
  "qfuds_saga_character_ensemble_voices_relationships_ko" -> "qfuds_saga_factions_canon_naming_ko";
  "qfuds_saga_character_depth_sheets_ko" -> "qfuds_saga_character_liora_sen_ko";
  "qfuds_saga_character_depth_sheets_ko" -> "qfuds_saga_character_ensemble_voices_relationships_ko";
  "qfuds_saga_character_depth_sheets_ko" -> "qfuds_saga_last_archive_origin_and_reversal_causality_ko";
  "qfuds_saga_authorship_of_the_standard_theme_axis_ko" -> "qfuds_saga_last_archive_origin_and_reversal_causality_ko";
  "qfuds_saga_authorship_of_the_standard_theme_axis_ko" -> "qfuds_saga_ai_automation_human_in_the_loop_ssot_ko";
  "qfuds_saga_authorship_of_the_standard_theme_axis_ko" -> "qfuds_saga_bitcoin_stature_ideology_deeptime_ko";
  "qfuds_saga_ideological_incoherence_triad_ko" -> "qfuds_saga_factions_cultures_power_ecology_ko";
  "qfuds_saga_ideological_incoherence_triad_ko" -> "qfuds_saga_bitcoin_stature_ideology_deeptime_ko";
  "qfuds_saga_ideological_incoherence_triad_ko" -> "qfuds_saga_authorship_of_the_standard_theme_axis_ko";
  "qfuds_saga_ideological_incoherence_triad_ko" -> "qfuds_saga_ai_automation_human_in_the_loop_ssot_ko";
  "qfuds_saga_character_map_and_timeline_coordinates_ko" -> "qfuds_saga_character_liora_sen_ko";
  "qfuds_saga_character_map_and_timeline_coordinates_ko" -> "qfuds_saga_character_ensemble_voices_relationships_ko";
  "qfuds_saga_character_map_and_timeline_coordinates_ko" -> "qfuds_saga_character_depth_sheets_ko";
  "qfuds_saga_character_map_and_timeline_coordinates_ko" -> "qfuds_saga_deep_time_restoration_timeline_ko";
+   "qfuds_saga_character_map_and_timeline_coordinates_ko" -> "qfuds_verse_qday_two_crisis_timeline_spine_ko";
  "qfuds_saga_machine_childhood_ai_history_narrator_throughline_ko" -> "qfuds_saga_qday_aftermath_timeline_and_world_ko";
  "qfuds_saga_machine_childhood_ai_history_narrator_throughline_ko" -> "qfuds_saga_near_future_recenter_direction_ko";
  "qfuds_saga_machine_childhood_ai_history_narrator_throughline_ko" -> "qfuds_saga_character_map_and_timeline_coordinates_ko";
  "qfuds_saga_machine_childhood_ai_history_narrator_throughline_ko" -> "qfuds_saga_in_world_physics_information_unitarity_restoration_ko";
  "qfuds_saga_bible_index_ko" -> "qfuds_saga_index_ko";
  "qfuds_saga_agentic_system_ko" -> "qfuds_saga_index_ko";
  "qfuds_saga_agentic_system_ko" -> "qfuds_lineage_agentic_research_system_ko" [style=dashed, color=red];
  "qfuds_saga_agentic_system_ko" -> "qfuds_fiction_saga_index_ko" [style=dashed, color=red];
  "qfuds_saga_bilingual_term_discipline_glossary_ko" -> "qfuds_saga_agentic_system_ko";
  "qfuds_saga_bilingual_term_discipline_glossary_ko" -> "qfuds_saga_post_agi_civilization_history_bilingual_protocol_ko";
  "qfuds_saga_arc_two_gsd_phase_brief_ko" -> "qfuds_saga_arc_two_korean_primary_plan_ko";
  "qfuds_saga_arc_two_gsd_phase_brief_ko" -> "qfuds_saga_who_may_refuse_korean_primary";
  "qfuds_saga_series_production_harness_ko" -> "qfuds_saga_agentic_system_ko";
  "qfuds_saga_series_production_harness_ko" -> "qfuds_saga_first_arc_release_immersion_revision_plan_ko";
  "qfuds_saga_series_production_harness_ko" -> "qfuds_saga_character_ensemble_voices_relationships_ko";
  "qfuds_saga_series_production_harness_ko" -> "qfuds_saga_production_board_ko";
  "qfuds_saga_creative_inputs_traceability_ko" -> "qfuds_saga_index_ko";
  "qfuds_saga_first_arc_book1_gsd_phase_brief_ko" -> "qfuds_saga_first_arc_book1_outline_reboot_ko";
  "qfuds_saga_first_arc_book1_gsd_phase_brief_ko" -> "qfuds_saga_first_arc_scene_cards_ko";
  "qfuds_saga_first_arc_book1_gsd_phase_brief_ko" -> "qfuds_saga_first_arc_book1_reboot_korean_primary";
  "qfuds_saga_first_arc_book1_gsd_phase_brief_ko" -> "qfuds_saga_series_production_harness_ko";
  "qfuds_saga_external_ai_writing_systems_gap_audit_ko" -> "qfuds_saga_series_production_harness_ko";
  "qfuds_saga_external_ai_writing_systems_gap_audit_ko" -> "qfuds_saga_creative_inputs_traceability_ko";
  "qfuds_saga_external_ai_writing_systems_gap_audit_ko" -> "agentic_fiction_harness_perspectives_ko" [style=dashed, color=red];
  "qfuds_saga_external_ai_writing_systems_gap_audit_ko" -> "qfuds_saga_five_core_dramatic_questions_spine_ko";
  "qfuds_saga_production_board_ko" -> "qfuds_saga_agentic_system_ko";
  "qfuds_saga_production_board_ko" -> "qfuds_saga_series_production_harness_ko";
  "qfuds_saga_production_board_ko" -> "qfuds_saga_external_ai_writing_systems_gap_audit_ko";
  "qfuds_saga_chapter_intent_card_template_ko" -> "qfuds_saga_production_board_ko";
  "qfuds_saga_chapter_intent_card_template_ko" -> "qfuds_saga_series_production_harness_ko";
  "qfuds_saga_chapter_intent_card_template_ko" -> "qfuds_saga_five_core_dramatic_questions_spine_ko";
  "qfuds_saga_expert_panel_world_system_handoff_ko" -> "qfuds_saga_production_board_ko";
  "qfuds_saga_expert_panel_world_system_handoff_ko" -> "qfuds_saga_qday_aftermath_timeline_and_world_ko";
  "qfuds_saga_expert_panel_world_system_handoff_ko" -> "qfuds_saga_cryptographic_death_and_hash_covenant_ko";
  "qfuds_saga_expert_panel_world_system_handoff_ko" -> "qfuds_saga_factions_cultures_power_ecology_ko";
  "qfuds_saga_near_future_forecast_panel_method_ko" -> "qfuds_saga_expert_panel_world_system_handoff_ko";
  "qfuds_saga_near_future_forecast_panel_method_ko" -> "qfuds_saga_qday_world_system_14domain_matrix_ko";
  "qfuds_saga_near_future_forecast_panel_method_ko" -> "qfuds_saga_production_board_ko";
  "qfuds_saga_real_world_and_physics_research_anchors_ko" -> "qfuds_saga_near_future_forecast_panel_method_ko";
  "qfuds_saga_real_world_and_physics_research_anchors_ko" -> "qfuds_saga_reader_accessibility_and_real_world_anchors_ko";
  "qfuds_saga_truth_state_ledger_ko" -> "qfuds_saga_external_ai_writing_systems_gap_audit_ko";
  "qfuds_saga_truth_state_ledger_ko" -> "qfuds_saga_last_archive_reveal_architecture_ko";
  "qfuds_saga_truth_state_ledger_ko" -> "qfuds_saga_first_arc_reader_reveal_ladder_ko";
  "qfuds_saga_truth_state_ledger_ko" -> "qfuds_saga_five_core_dramatic_questions_spine_ko";
  "qfuds_saga_truth_state_ledger_ko" -> "qfuds_saga_character_map_and_timeline_coordinates_ko";
  "qfuds_saga_chronicler_pass_plan_ko" -> "qfuds_verse_worldbuilding_architecture_ko";
  "qfuds_saga_chronicler_pass_plan_ko" -> "qfuds_verse_canon_drift_and_tech_debt_report_ko";
  "qfuds_saga_chronicler_pass_plan_ko" -> "qfuds_saga_canon_authority_and_ssot_map_ko";
  "qfuds_saga_chronicler_pass_plan_ko" -> "qfuds_saga_restoration_mechanism_correction_ko";
  "qfuds_saga_chronicler_pass_plan_ko" -> "qfuds_saga_character_map_and_timeline_coordinates_ko";
  "qfuds_saga_final_chronicler_report_ko" -> "qfuds_verse_worldbuilding_architecture_ko";
  "qfuds_saga_final_chronicler_report_ko" -> "qfuds_verse_canon_drift_and_tech_debt_report_ko";
  "qfuds_saga_final_chronicler_report_ko" -> "qfuds_saga_chronicler_pass_plan_ko";
  "qfuds_saga_final_chronicler_report_ko" -> "qfuds_saga_canon_authority_and_ssot_map_ko";
  "qfuds_saga_final_chronicler_report_ko" -> "qfuds_saga_character_map_and_timeline_coordinates_ko";
+   "qfuds_saga_fable_worldview_canon_audit_prompt_ko" -> "qfuds_saga_workroom_index_ko";
+   "qfuds_saga_fable_worldview_canon_audit_prompt_ko" -> "qfuds_saga_production_board_ko";
+   "qfuds_saga_fable_worldview_canon_audit_prompt_ko" -> "qfuds_saga_final_chronicler_report_ko";
+   "qfuds_saga_fable_worldview_canon_audit_prompt_ko" -> "qfuds_saga_canon_authority_and_ssot_map_ko";
+   "qfuds_saga_fable_worldview_canon_audit_prompt_ko" -> "qfuds_verse_canon_drift_and_tech_debt_report_ko";
+   "qfuds_saga_fable_worldview_canon_audit_prompt_ko" -> "qfuds_verse_world_density_master_index_ko" [style=dashed, color=red];
+   "qfuds_verse_shelf_renumber_map_ko" -> "qfuds_saga_canon_authority_and_ssot_map_ko";
+   "qfuds_verse_shelf_renumber_map_ko" -> "qfuds_verse_canon_drift_and_tech_debt_report_ko";
  "qfuds_saga_workroom_index_ko" -> "qfuds_saga_index_ko";
  "qfuds_saga_visual_exhibit_design_ko" -> "qfuds_saga_mara_veyr_prologue_english_revision_ko" [style=dashed, color=red];
  "qfuds_saga_visual_exhibit_design_ko" -> "qfuds_saga_post_agi_civilization_history_bilingual_protocol_ko";
  "qfuds_saga_visual_exhibit_design_ko" -> "qfuds_saga_agentic_system_ko";
  "qfuds_saga_arc_two_korean_primary_plan_ko" -> "qfuds_saga_first_arc_canon_consolidation_ko";
  "qfuds_saga_arc_two_korean_primary_plan_ko" -> "qfuds_saga_the_broken_crown_revised_v2_korean_adaptation";
  "qfuds_saga_arc_two_korean_primary_plan_ko" -> "qfuds_saga_reader_accessibility_and_real_world_anchors_ko";
  "qfuds_saga_arc_two_korean_primary_plan_ko" -> "qfuds_saga_bilingual_term_discipline_glossary_ko";
  "qfuds_saga_last_archive_reveal_architecture_ko" -> "qfuds_saga_last_archive_origin_and_reversal_causality_ko";
  "qfuds_saga_last_archive_reveal_architecture_ko" -> "qfuds_saga_reader_accessibility_and_real_world_anchors_ko";
  "qfuds_saga_format_throughline_and_progress_ko" -> "qfuds_saga_last_archive_reveal_architecture_ko";
  "qfuds_saga_format_throughline_and_progress_ko" -> "qfuds_saga_last_archive_origin_and_reversal_causality_ko";
  "qfuds_saga_arc_two_episode_map_ko" -> "qfuds_saga_arc_two_korean_primary_plan_ko";
  "qfuds_saga_arc_two_episode_map_ko" -> "qfuds_saga_who_may_author_loss_korean_primary";
  "qfuds_saga_arc_two_episode_map_ko" -> "qfuds_saga_who_may_refuse_korean_primary";
  "qfuds_saga_arc_map_multiarc_ko" -> "qfuds_saga_five_core_dramatic_questions_spine_ko";
  "qfuds_saga_arc_map_multiarc_ko" -> "qfuds_saga_world_compendium_codex_ko";
  "qfuds_saga_arc_map_multiarc_ko" -> "qfuds_saga_bitcoin_stature_ideology_deeptime_ko";
  "qfuds_saga_arc_map_multiarc_ko" -> "qfuds_saga_last_archive_origin_and_reversal_causality_ko";
  "qfuds_saga_arc_map_multiarc_ko" -> "qfuds_saga_last_archive_reveal_architecture_ko";
  "qfuds_saga_arc_map_multiarc_ko" -> "qfuds_saga_cryptographic_death_era_and_crypto_concepts_ko";
  "qfuds_saga_arc_map_multiarc_ko" -> "qfuds_saga_first_arc_book1_outline_reboot_ko";
  "qfuds_saga_arc_map_multiarc_ko" -> "qfuds_saga_first_arc_scene_cards_ko";
  "qfuds_saga_arc_map_multiarc_ko" -> "qfuds_saga_first_arc_book1_reboot_korean_primary";
  "qfuds_saga_arc_map_multiarc_ko" -> "qfuds_saga_arc_two_korean_primary_plan_ko";
  "qfuds_saga_arc_map_multiarc_ko" -> "qfuds_saga_arc_two_episode_map_ko";
  "qfuds_saga_first_arc_book1_outline_reboot_ko" -> "qfuds_saga_liora_sen_first_episode_beat_sheet_ko" [style=dashed, color=red];
  "qfuds_saga_first_arc_book1_outline_reboot_ko" -> "qfuds_saga_genesis_chain_artifact_scene_packet_ko" [style=dashed, color=red];
  "qfuds_saga_first_arc_book1_outline_reboot_ko" -> "qfuds_saga_first_arc_six_episode_outline_ko" [style=dashed, color=red];
  "qfuds_saga_first_arc_book1_outline_reboot_ko" -> "qfuds_saga_last_archive_reveal_architecture_ko";
  "qfuds_saga_first_arc_book1_outline_reboot_ko" -> "qfuds_saga_format_throughline_and_progress_ko";
  "qfuds_saga_first_arc_book1_outline_reboot_ko" -> "qfuds_saga_world_compendium_codex_ko";
  "qfuds_saga_first_arc_book1_outline_reboot_ko" -> "qfuds_saga_bitcoin_stature_ideology_deeptime_ko";
  "qfuds_saga_first_arc_book1_outline_reboot_ko" -> "qfuds_saga_character_depth_sheets_ko";
  "qfuds_saga_first_arc_scene_cards_ko" -> "qfuds_saga_first_arc_book1_outline_reboot_ko";
  "qfuds_saga_first_arc_scene_cards_ko" -> "qfuds_saga_series_production_harness_ko";
  "qfuds_saga_sovereign_ai_open_closed_axis_brainstorm_ko" -> "qfuds_saga_authorship_of_the_standard_theme_axis_ko";
  "qfuds_saga_sovereign_ai_open_closed_axis_brainstorm_ko" -> "qfuds_saga_ai_automation_human_in_the_loop_ssot_ko";
  "qfuds_saga_sovereign_ai_open_closed_axis_brainstorm_ko" -> "qfuds_saga_bitcoin_stature_ideology_deeptime_ko";
  "qfuds_saga_sovereign_ai_open_closed_axis_brainstorm_ko" -> "qfuds_saga_last_archive_origin_and_reversal_causality_ko";
  "qfuds_saga_five_core_dramatic_questions_spine_ko" -> "qfuds_saga_authorship_of_the_standard_theme_axis_ko";
  "qfuds_saga_five_core_dramatic_questions_spine_ko" -> "qfuds_saga_restoration_mechanism_correction_ko";
  "qfuds_saga_five_core_dramatic_questions_spine_ko" -> "qfuds_saga_ai_automation_human_in_the_loop_ssot_ko";
  "qfuds_saga_five_core_dramatic_questions_spine_ko" -> "qfuds_saga_last_archive_origin_and_reversal_causality_ko";
  "qfuds_saga_five_core_dramatic_questions_spine_ko" -> "qfuds_saga_character_ensemble_voices_relationships_ko";
  "qfuds_saga_first_arc_origin_outline_ko" -> "qfuds_saga_five_core_dramatic_questions_spine_ko";
  "qfuds_saga_first_arc_origin_outline_ko" -> "qfuds_saga_arc_map_multiarc_ko";
  "qfuds_saga_first_arc_origin_outline_ko" -> "qfuds_saga_cryptographic_death_era_and_crypto_concepts_ko";
  "qfuds_saga_first_arc_origin_outline_ko" -> "qfuds_saga_last_archive_origin_and_reversal_causality_ko";
  "qfuds_saga_first_arc_origin_outline_ko" -> "qfuds_saga_bitcoin_stature_ideology_deeptime_ko";
  "qfuds_saga_first_arc_origin_outline_ko" -> "qfuds_saga_last_archive_reveal_architecture_ko";
  "qfuds_saga_first_arc_origin_scene_cards_ko" -> "qfuds_saga_first_arc_origin_outline_ko";
  "qfuds_saga_first_arc_origin_scene_cards_ko" -> "qfuds_saga_five_core_dramatic_questions_spine_ko";
  "qfuds_saga_first_arc_origin_scene_cards_ko" -> "qfuds_saga_arc_map_multiarc_ko";
  "qfuds_saga_first_arc_origin_scene_cards_ko" -> "qfuds_saga_cryptographic_death_era_and_crypto_concepts_ko";
  "qfuds_saga_first_arc_origin_scene_cards_ko" -> "qfuds_saga_series_production_harness_ko";
  "qfuds_saga_crypto_concepts_reader_onboarding_check_ko" -> "qfuds_saga_first_arc_origin_outline_ko";
  "qfuds_saga_crypto_concepts_reader_onboarding_check_ko" -> "qfuds_saga_first_arc_origin_scene_cards_ko";
  "qfuds_saga_crypto_concepts_reader_onboarding_check_ko" -> "qfuds_saga_cryptographic_death_era_and_crypto_concepts_ko";
  "qfuds_saga_crypto_concepts_reader_onboarding_check_ko" -> "qfuds_saga_cryptographic_death_and_hash_covenant_ko";
  "qfuds_saga_crypto_concepts_reader_onboarding_check_ko" -> "qfuds_saga_bitcoin_stature_ideology_deeptime_ko";
  "qfuds_saga_crypto_concepts_reader_onboarding_check_ko" -> "fiction_reader_onboarding_harness_ko" [style=dashed, color=red];
  "qfuds_saga_sael_origin_execution_sheet_ko" -> "qfuds_saga_first_arc_origin_outline_ko";
  "qfuds_saga_sael_origin_execution_sheet_ko" -> "qfuds_saga_first_arc_origin_scene_cards_ko";
  "qfuds_saga_sael_origin_execution_sheet_ko" -> "qfuds_saga_five_core_dramatic_questions_spine_ko";
  "qfuds_saga_qday_incident_bridge_outline_ko" -> "qfuds_saga_first_arc_origin_outline_ko";
  "qfuds_saga_qday_incident_bridge_outline_ko" -> "qfuds_saga_first_arc_origin_scene_cards_ko";
  "qfuds_saga_qday_incident_bridge_outline_ko" -> "qfuds_saga_five_core_dramatic_questions_spine_ko";
  "qfuds_saga_qday_incident_bridge_outline_ko" -> "qfuds_saga_cryptographic_death_era_and_crypto_concepts_ko";
  "qfuds_saga_qday_incident_bridge_outline_ko" -> "qfuds_saga_last_archive_origin_and_reversal_causality_ko";
  "qfuds_saga_qday_incident_bridge_outline_ko" -> "qfuds_saga_ai_automation_human_in_the_loop_ssot_ko";
  "qfuds_saga_first_arc_reader_reveal_ladder_ko" -> "qfuds_saga_first_arc_origin_outline_ko";
  "qfuds_saga_first_arc_reader_reveal_ladder_ko" -> "qfuds_saga_first_arc_origin_scene_cards_ko";
  "qfuds_saga_first_arc_reader_reveal_ladder_ko" -> "qfuds_saga_qday_incident_bridge_outline_ko";
  "qfuds_saga_first_arc_reader_reveal_ladder_ko" -> "qfuds_saga_five_core_dramatic_questions_spine_ko";
  "qfuds_saga_first_arc_causal_master_outline_ko" -> "qfuds_saga_first_arc_origin_outline_ko";
  "qfuds_saga_first_arc_causal_master_outline_ko" -> "qfuds_saga_first_arc_origin_scene_cards_ko";
  "qfuds_saga_first_arc_causal_master_outline_ko" -> "qfuds_saga_qday_incident_bridge_outline_ko";
  "qfuds_saga_first_arc_causal_master_outline_ko" -> "qfuds_saga_first_arc_reader_reveal_ladder_ko";
  "qfuds_saga_first_arc_causal_master_outline_ko" -> "qfuds_saga_five_core_dramatic_questions_spine_ko";
  "qfuds_saga_first_arc_reader_orientation_world_and_cast_ko" -> "qfuds_saga_first_arc_origin_outline_ko";
  "qfuds_saga_first_arc_reader_orientation_world_and_cast_ko" -> "qfuds_saga_five_core_dramatic_questions_spine_ko";
  "qfuds_saga_first_arc_reader_orientation_world_and_cast_ko" -> "qfuds_saga_drafts_origin_sael_webnovel_storyboard_ko";
  "qfuds_saga_first_arc_reader_orientation_world_and_cast_ko" -> "qfuds_saga_first_arc_book1_reboot_korean_primary";
  "qfuds_saga_new_book1_orpheus_design_ko" -> "qfuds_saga_character_map_and_timeline_coordinates_ko";
  "qfuds_saga_new_book1_orpheus_design_ko" -> "qfuds_saga_in_world_physics_information_unitarity_restoration_ko";
  "qfuds_saga_new_book1_orpheus_design_ko" -> "qfuds_saga_last_archive_origin_and_reversal_causality_ko";
  "qfuds_saga_near_future_recenter_direction_ko" -> "qfuds_saga_qday_aftermath_timeline_and_world_ko";
  "qfuds_saga_near_future_recenter_direction_ko" -> "qfuds_saga_new_book1_orpheus_design_ko";
  "qfuds_saga_near_future_recenter_direction_ko" -> "qfuds_saga_character_map_and_timeline_coordinates_ko";
  "qfuds_saga_machine_narrator_voice_and_setup_payoff_treatment_ko" -> "qfuds_saga_machine_childhood_ai_history_narrator_throughline_ko";
  "qfuds_saga_machine_narrator_voice_and_setup_payoff_treatment_ko" -> "qfuds_saga_near_future_recenter_direction_ko";
  "qfuds_saga_machine_narrator_voice_and_setup_payoff_treatment_ko" -> "qfuds_saga_qday_aftermath_timeline_and_world_ko";
  "qfuds_saga_machine_narrator_voice_and_setup_payoff_treatment_ko" -> "qfuds_saga_character_map_and_timeline_coordinates_ko";
  "qfuds_saga_near_future_prelude_forecast_ko" -> "qfuds_saga_near_future_forecast_panel_method_ko";
  "qfuds_saga_near_future_prelude_forecast_ko" -> "qfuds_saga_real_world_and_physics_research_anchors_ko";
  "qfuds_saga_near_future_prelude_forecast_ko" -> "qfuds_saga_qday_aftermath_timeline_and_world_ko";
  "qfuds_saga_near_future_prelude_forecast_ko" -> "qfuds_saga_near_future_recenter_direction_ko";
  "qfuds_saga_register_morph_opening_and_ending_options_ko" -> "qfuds_saga_last_archive_reveal_architecture_ko";
  "qfuds_saga_register_morph_opening_and_ending_options_ko" -> "qfuds_saga_deep_time_restoration_timeline_ko";
  "qfuds_saga_register_morph_opening_and_ending_options_ko" -> "qfuds_verse_far_future_native_lexicon_return_death_ko";
  "qfuds_saga_register_morph_opening_and_ending_options_ko" -> "qfuds_saga_machine_narrator_voice_and_setup_payoff_treatment_ko";
  "qfuds_saga_register_morph_opening_and_ending_options_ko" -> "qfuds_saga_five_core_dramatic_questions_spine_ko";
  "qfuds_saga_story_design_index_ko" -> "qfuds_saga_index_ko";
  "qfuds_saga_drafts_jua_full_novel_korean_primary" -> "qfuds_saga_near_future_recenter_direction_ko";
  "qfuds_saga_drafts_jua_full_novel_korean_primary" -> "qfuds_saga_in_world_physics_information_unitarity_restoration_ko";
  "qfuds_saga_drafts_jua_full_novel_korean_primary" -> "qfuds_saga_character_map_and_timeline_coordinates_ko";
  "qfuds_saga_drafts_jua_full_novel_korean_primary" -> "qfuds_saga_machine_childhood_ai_history_narrator_throughline_ko";
  "qfuds_saga_drafts_origin_sael_korean_primary" -> "qfuds_saga_first_arc_origin_outline_ko";
  "qfuds_saga_drafts_origin_sael_korean_primary" -> "qfuds_saga_first_arc_origin_scene_cards_ko";
  "qfuds_saga_drafts_origin_sael_korean_primary" -> "qfuds_saga_sael_origin_execution_sheet_ko";
  "qfuds_saga_drafts_origin_sael_korean_primary" -> "qfuds_saga_five_core_dramatic_questions_spine_ko";
  "qfuds_saga_drafts_origin_sael_korean_primary" -> "qfuds_saga_arc_map_multiarc_ko";
  "qfuds_saga_drafts_origin_sael_korean_primary" -> "qfuds_saga_crypto_concepts_reader_onboarding_check_ko";
  "qfuds_saga_drafts_origin_sael_webnovel_storyboard_ko" -> "qfuds_saga_drafts_origin_sael_korean_primary";
  "qfuds_saga_drafts_origin_sael_webnovel_storyboard_ko" -> "qfuds_saga_first_arc_origin_outline_ko";
  "qfuds_saga_drafts_origin_sael_webnovel_storyboard_ko" -> "qfuds_saga_first_arc_origin_scene_cards_ko";
  "qfuds_saga_drafts_origin_sael_webnovel_storyboard_ko" -> "qfuds_saga_sael_origin_execution_sheet_ko";
  "qfuds_saga_drafts_origin_sael_webnovel_storyboard_ko" -> "qfuds_saga_five_core_dramatic_questions_spine_ko";
  "qfuds_saga_drafts_origin_sael_webnovel_storyboard_ko" -> "qfuds_saga_crypto_concepts_reader_onboarding_check_ko";
  "qfuds_saga_drafts_origin_sael_webnovel_storyboard_ko" -> "fiction_reader_onboarding_harness_ko" [style=dashed, color=red];
  "qfuds_saga_drafts_origin_sael_webnovel_storyboard_en" -> "qfuds_saga_drafts_origin_sael_webnovel_storyboard_ko";
  "qfuds_saga_drafts_origin_sael_webnovel_storyboard_en" -> "qfuds_saga_drafts_origin_sael_korean_primary";
  "qfuds_saga_drafts_origin_sael_webnovel_storyboard_en" -> "qfuds_saga_first_arc_origin_outline_ko";
  "qfuds_saga_drafts_origin_sael_webnovel_storyboard_en" -> "qfuds_saga_first_arc_origin_scene_cards_ko";
  "qfuds_saga_drafts_origin_sael_full_novel_korean_primary" -> "qfuds_saga_drafts_origin_sael_webnovel_storyboard_ko";
  "qfuds_saga_drafts_origin_sael_full_novel_korean_primary" -> "qfuds_saga_drafts_origin_sael_korean_primary";
  "qfuds_saga_drafts_origin_sael_full_novel_korean_primary" -> "qfuds_saga_first_arc_origin_outline_ko";
  "qfuds_saga_drafts_origin_sael_full_novel_korean_primary" -> "qfuds_saga_first_arc_origin_scene_cards_ko";
  "qfuds_saga_drafts_origin_sael_full_novel_korean_primary" -> "qfuds_saga_first_arc_reader_orientation_world_and_cast_ko";
  "qfuds_saga_drafts_origin_sael_full_novel_korean_primary" -> "qfuds_saga_ai_automation_human_in_the_loop_ssot_ko";
  "qfuds_saga_drafts_book1_5_index_ko" -> "qfuds_saga_drafts_index_ko";
  "qfuds_saga_drafts_orpheus_full_novel_korean_primary" -> "qfuds_saga_new_book1_orpheus_design_ko";
  "qfuds_saga_drafts_orpheus_full_novel_korean_primary" -> "qfuds_saga_qday_aftermath_timeline_and_world_ko";
  "qfuds_saga_drafts_orpheus_full_novel_korean_primary" -> "qfuds_saga_in_world_physics_information_unitarity_restoration_ko";
  "qfuds_saga_drafts_orpheus_full_novel_korean_primary" -> "qfuds_saga_character_map_and_timeline_coordinates_ko";
  "qfuds_saga_drafts_book1_index_ko" -> "qfuds_saga_drafts_index_ko";
  "qfuds_saga_first_arc_book1_reboot_korean_primary" -> "qfuds_saga_first_arc_book1_gsd_phase_brief_ko";
  "qfuds_saga_first_arc_book1_reboot_korean_primary" -> "qfuds_saga_first_arc_book1_outline_reboot_ko";
  "qfuds_saga_first_arc_book1_reboot_korean_primary" -> "qfuds_saga_first_arc_scene_cards_ko";
  "qfuds_saga_first_arc_book1_reboot_korean_primary" -> "qfuds_saga_reader_accessibility_and_real_world_anchors_ko";
  "qfuds_saga_first_arc_book1_reboot_korean_primary" -> "qfuds_saga_last_archive_origin_and_reversal_causality_ko";
  "qfuds_saga_first_arc_book1_reboot_korean_primary" -> "qfuds_saga_bitcoin_stature_ideology_deeptime_ko";
  "qfuds_saga_first_arc_book1_reboot_korean_primary" -> "qfuds_saga_character_ensemble_voices_relationships_ko";
  "qfuds_saga_drafts_mara_full_novel_korean_primary" -> "qfuds_saga_first_arc_book1_reboot_korean_primary";
  "qfuds_saga_drafts_mara_full_novel_korean_primary" -> "qfuds_saga_drafts_origin_sael_full_novel_korean_primary";
  "qfuds_saga_drafts_mara_full_novel_korean_primary" -> "qfuds_saga_first_arc_reader_orientation_world_and_cast_ko";
  "qfuds_saga_drafts_mara_full_novel_korean_primary" -> "qfuds_saga_five_core_dramatic_questions_spine_ko";
  "qfuds_saga_drafts_mara_full_novel_korean_primary" -> "qfuds_saga_character_ensemble_voices_relationships_ko";
  "qfuds_saga_drafts_book2_index_ko" -> "qfuds_saga_drafts_index_ko";
  "qfuds_saga_exhibit_s0_episode1_revised_v2_english_draft" -> "qfuds_saga_first_arc_full_revision_pass" [style=dashed, color=red];
  "qfuds_saga_exhibit_s0_episode1_revised_v2_english_draft" -> "qfuds_saga_exhibit_s0_episode1_revised_english_draft" [style=dashed, color=red];
  "qfuds_saga_the_dead_exchange_revised_v2_english_draft" -> "qfuds_saga_first_arc_full_revision_pass" [style=dashed, color=red];
  "qfuds_saga_the_dead_exchange_revised_v2_english_draft" -> "qfuds_saga_the_dead_exchange_english_draft" [style=dashed, color=red];
  "qfuds_saga_the_dead_exchange_revised_v2_english_draft" -> "qfuds_saga_exhibit_s0_episode1_revised_v2_english_draft";
  "qfuds_saga_the_last_hodler_revised_v2_english_draft" -> "qfuds_saga_first_arc_full_revision_pass" [style=dashed, color=red];
  "qfuds_saga_the_last_hodler_revised_v2_english_draft" -> "qfuds_saga_the_last_hodler_english_draft" [style=dashed, color=red];
  "qfuds_saga_the_last_hodler_revised_v2_english_draft" -> "qfuds_saga_the_dead_exchange_revised_v2_english_draft";
  "qfuds_saga_identity_flood_revised_v2_english_draft" -> "qfuds_saga_first_arc_full_revision_pass" [style=dashed, color=red];
  "qfuds_saga_identity_flood_revised_v2_english_draft" -> "qfuds_saga_identity_flood_english_draft" [style=dashed, color=red];
  "qfuds_saga_identity_flood_revised_v2_english_draft" -> "qfuds_saga_the_last_hodler_revised_v2_english_draft";
  "qfuds_saga_hawking_court_revised_v2_english_draft" -> "qfuds_saga_first_arc_full_revision_pass" [style=dashed, color=red];
  "qfuds_saga_hawking_court_revised_v2_english_draft" -> "qfuds_saga_hawking_court_english_draft" [style=dashed, color=red];
  "qfuds_saga_hawking_court_revised_v2_english_draft" -> "qfuds_saga_identity_flood_revised_v2_english_draft";
  "qfuds_saga_the_broken_crown_revised_v2_english_draft" -> "qfuds_saga_first_arc_full_revision_pass" [style=dashed, color=red];
  "qfuds_saga_the_broken_crown_revised_v2_english_draft" -> "qfuds_saga_the_broken_crown_english_draft" [style=dashed, color=red];
  "qfuds_saga_the_broken_crown_revised_v2_english_draft" -> "qfuds_saga_hawking_court_revised_v2_english_draft";
  "qfuds_saga_exhibit_s0_episode1_revised_v2_korean_adaptation" -> "qfuds_saga_first_arc_polish_read_order_pass" [style=dashed, color=red];
  "qfuds_saga_exhibit_s0_episode1_revised_v2_korean_adaptation" -> "qfuds_saga_exhibit_s0_episode1_revised_v2_english_draft";
  "qfuds_saga_the_dead_exchange_revised_v2_korean_adaptation" -> "qfuds_saga_first_arc_polish_read_order_pass" [style=dashed, color=red];
  "qfuds_saga_the_dead_exchange_revised_v2_korean_adaptation" -> "qfuds_saga_the_dead_exchange_revised_v2_english_draft";
  "qfuds_saga_the_dead_exchange_revised_v2_korean_adaptation" -> "qfuds_saga_exhibit_s0_episode1_revised_v2_korean_adaptation";
  "qfuds_saga_the_last_hodler_revised_v2_korean_adaptation" -> "qfuds_saga_first_arc_polish_read_order_pass" [style=dashed, color=red];
  "qfuds_saga_the_last_hodler_revised_v2_korean_adaptation" -> "qfuds_saga_the_last_hodler_revised_v2_english_draft";
  "qfuds_saga_the_last_hodler_revised_v2_korean_adaptation" -> "qfuds_saga_the_dead_exchange_revised_v2_korean_adaptation";
  "qfuds_saga_identity_flood_revised_v2_korean_adaptation" -> "qfuds_saga_first_arc_polish_read_order_pass" [style=dashed, color=red];
  "qfuds_saga_identity_flood_revised_v2_korean_adaptation" -> "qfuds_saga_identity_flood_revised_v2_english_draft";
  "qfuds_saga_identity_flood_revised_v2_korean_adaptation" -> "qfuds_saga_the_last_hodler_revised_v2_korean_adaptation";
  "qfuds_saga_hawking_court_revised_v2_korean_adaptation" -> "qfuds_saga_first_arc_polish_read_order_pass" [style=dashed, color=red];
  "qfuds_saga_hawking_court_revised_v2_korean_adaptation" -> "qfuds_saga_hawking_court_revised_v2_english_draft";
  "qfuds_saga_hawking_court_revised_v2_korean_adaptation" -> "qfuds_saga_identity_flood_revised_v2_korean_adaptation";
  "qfuds_saga_the_broken_crown_revised_v2_korean_adaptation" -> "qfuds_saga_first_arc_polish_read_order_pass" [style=dashed, color=red];
  "qfuds_saga_the_broken_crown_revised_v2_korean_adaptation" -> "qfuds_saga_the_broken_crown_revised_v2_english_draft";
  "qfuds_saga_the_broken_crown_revised_v2_korean_adaptation" -> "qfuds_saga_hawking_court_revised_v2_korean_adaptation";
  "qfuds_saga_first_arc_opening_broken_crown_event_korean_primary" -> "qfuds_saga_last_archive_origin_and_reversal_causality_ko";
  "qfuds_saga_first_arc_opening_broken_crown_event_korean_primary" -> "qfuds_saga_last_archive_reveal_architecture_ko";
  "qfuds_saga_first_arc_opening_broken_crown_event_korean_primary" -> "qfuds_saga_reader_accessibility_and_real_world_anchors_ko";
  "qfuds_saga_exhibit_s0_episode1_revised_v2_korean_adaptation_v3snapshot" -> "qfuds_saga_first_arc_polish_read_order_pass" [style=dashed, color=red];
  "qfuds_saga_exhibit_s0_episode1_revised_v2_korean_adaptation_v3snapshot" -> "qfuds_saga_exhibit_s0_episode1_revised_v2_english_draft";
  "qfuds_saga_the_dead_exchange_revised_v2_korean_adaptation_v3snapshot" -> "qfuds_saga_first_arc_polish_read_order_pass" [style=dashed, color=red];
  "qfuds_saga_the_dead_exchange_revised_v2_korean_adaptation_v3snapshot" -> "qfuds_saga_the_dead_exchange_revised_v2_english_draft";
  "qfuds_saga_the_dead_exchange_revised_v2_korean_adaptation_v3snapshot" -> "qfuds_saga_exhibit_s0_episode1_revised_v2_korean_adaptation";
  "qfuds_saga_the_last_hodler_revised_v2_korean_adaptation_v3snapshot" -> "qfuds_saga_first_arc_polish_read_order_pass" [style=dashed, color=red];
  "qfuds_saga_the_last_hodler_revised_v2_korean_adaptation_v3snapshot" -> "qfuds_saga_the_last_hodler_revised_v2_english_draft";
  "qfuds_saga_the_last_hodler_revised_v2_korean_adaptation_v3snapshot" -> "qfuds_saga_the_dead_exchange_revised_v2_korean_adaptation";
  "qfuds_saga_identity_flood_revised_v2_korean_adaptation_v3snapshot" -> "qfuds_saga_first_arc_polish_read_order_pass" [style=dashed, color=red];
  "qfuds_saga_identity_flood_revised_v2_korean_adaptation_v3snapshot" -> "qfuds_saga_identity_flood_revised_v2_english_draft";
  "qfuds_saga_identity_flood_revised_v2_korean_adaptation_v3snapshot" -> "qfuds_saga_the_last_hodler_revised_v2_korean_adaptation";
  "qfuds_saga_hawking_court_revised_v2_korean_adaptation_v3snapshot" -> "qfuds_saga_first_arc_polish_read_order_pass" [style=dashed, color=red];
  "qfuds_saga_hawking_court_revised_v2_korean_adaptation_v3snapshot" -> "qfuds_saga_hawking_court_revised_v2_english_draft";
  "qfuds_saga_hawking_court_revised_v2_korean_adaptation_v3snapshot" -> "qfuds_saga_identity_flood_revised_v2_korean_adaptation";
  "qfuds_saga_the_broken_crown_revised_v2_korean_adaptation_v3snapshot" -> "qfuds_saga_first_arc_polish_read_order_pass" [style=dashed, color=red];
  "qfuds_saga_the_broken_crown_revised_v2_korean_adaptation_v3snapshot" -> "qfuds_saga_the_broken_crown_revised_v2_english_draft";
  "qfuds_saga_the_broken_crown_revised_v2_korean_adaptation_v3snapshot" -> "qfuds_saga_hawking_court_revised_v2_korean_adaptation";
  "qfuds_saga_drafts_versions_index_ko" -> "qfuds_saga_drafts_index_ko";
  "qfuds_saga_who_may_author_loss_korean_primary" -> "qfuds_saga_arc_two_korean_primary_plan_ko";
  "qfuds_saga_who_may_author_loss_korean_primary" -> "qfuds_saga_the_broken_crown_revised_v2_korean_adaptation";
  "qfuds_saga_who_may_author_loss_korean_primary" -> "qfuds_saga_reader_accessibility_and_real_world_anchors_ko";
  "qfuds_saga_who_may_author_loss_korean_primary" -> "qfuds_saga_bilingual_term_discipline_glossary_ko";
  "qfuds_saga_who_may_author_loss_english_counterpart" -> "qfuds_saga_who_may_author_loss_korean_primary";
  "qfuds_saga_who_may_author_loss_english_counterpart" -> "qfuds_saga_arc_two_korean_primary_plan_ko";
  "qfuds_saga_who_may_author_loss_english_counterpart" -> "qfuds_saga_the_broken_crown_revised_v2_korean_adaptation";
  "qfuds_saga_who_may_author_loss_english_counterpart" -> "qfuds_saga_reader_accessibility_and_real_world_anchors_ko";
  "qfuds_saga_who_may_author_loss_english_counterpart" -> "qfuds_saga_bilingual_term_discipline_glossary_ko";
  "qfuds_saga_who_may_refuse_korean_primary" -> "qfuds_saga_arc_two_korean_primary_plan_ko";
  "qfuds_saga_who_may_refuse_korean_primary" -> "qfuds_saga_who_may_author_loss_korean_primary";
  "qfuds_saga_who_may_refuse_korean_primary" -> "qfuds_saga_reader_accessibility_and_real_world_anchors_ko";
  "qfuds_saga_who_may_refuse_korean_primary" -> "qfuds_saga_bilingual_term_discipline_glossary_ko";
  "qfuds_saga_drafts_book3_index_ko" -> "qfuds_saga_drafts_index_ko";
  "qfuds_saga_drafts_index_ko" -> "qfuds_saga_index_ko";
  "qfuds_saga_first_arc_dejargon_polish_revision_plan_ko" -> "qfuds_saga_bilingual_term_discipline_glossary_ko";
  "qfuds_saga_first_arc_dejargon_polish_revision_plan_ko" -> "qfuds_saga_first_arc_polish_read_order_pass" [style=dashed, color=red];
  "qfuds_saga_first_arc_dejargon_polish_revision_plan_ko" -> "fiction_prose_verisimilitude_audit_checklist_ko" [style=dashed, color=red];
  "qfuds_saga_first_arc_release_immersion_revision_plan_ko" -> "qfuds_saga_first_arc_dejargon_polish_revision_plan_ko";
  "qfuds_saga_first_arc_release_immersion_revision_plan_ko" -> "qfuds_saga_prose_verisimilitude_audit_checklist_ko" [style=dashed, color=red];
  "qfuds_saga_first_arc_release_immersion_revision_plan_ko" -> "qfuds_saga_bilingual_term_discipline_glossary_ko";
  "qfuds_saga_first_arc_release_immersion_revision_plan_ko" -> "qfuds_saga_first_arc_origin_scene_cards_ko";
  "qfuds_saga_first_arc_template_coverage_audit_ko" -> "qfuds_saga_series_production_harness_ko";
  "qfuds_saga_first_arc_template_coverage_audit_ko" -> "qfuds_saga_first_arc_release_immersion_revision_plan_ko";
  "qfuds_saga_first_arc_template_coverage_audit_ko" -> "qfuds_saga_character_ensemble_voices_relationships_ko";
  "qfuds_saga_first_arc_integration_outline_ko" -> "qfuds_saga_first_arc_restructure_worldview_onboarding_plan_ko" [style=dashed, color=red];
  "qfuds_saga_first_arc_integration_outline_ko" -> "qfuds_saga_reader_accessibility_and_real_world_anchors_ko";
  "qfuds_saga_first_arc_integration_outline_ko" -> "qfuds_saga_bitcoin_stature_ideology_deeptime_ko";
  "qfuds_saga_first_arc_integration_outline_ko" -> "qfuds_saga_world_compendium_codex_ko";
  "qfuds_saga_first_arc_integration_outline_ko" -> "qfuds_saga_first_arc_six_episode_outline_ko" [style=dashed, color=red];
  "qfuds_saga_series_bible_drift_alignment_audit_ko" -> "qfuds_saga_world_compendium_codex_ko";
  "qfuds_saga_series_bible_drift_alignment_audit_ko" -> "qfuds_saga_bitcoin_stature_ideology_deeptime_ko";
  "qfuds_saga_series_bible_drift_alignment_audit_ko" -> "qfuds_saga_factions_canon_naming_ko";
  "qfuds_saga_series_bible_drift_alignment_audit_ko" -> "qfuds_saga_creative_inputs_traceability_ko";
  "qfuds_saga_revisions_reader_feedback_ai_tell_consolidation_ko" -> "qfuds_saga_revisions_index_ko";
  "qfuds_saga_revisions_first_second_arc_release_wave_ko" -> "qfuds_saga_revisions_reader_feedback_ai_tell_consolidation_ko";
  "qfuds_saga_revisions_first_second_arc_release_wave_ko" -> "qfuds_saga_production_board_ko";
  "qfuds_saga_revisions_first_second_arc_release_wave_ko" -> "qfuds_saga_drafts_origin_sael_korean_primary";
  "qfuds_saga_revisions_first_second_arc_release_wave_ko" -> "qfuds_saga_first_arc_book1_reboot_korean_primary";
  "qfuds_saga_revisions_first_second_arc_formal_retention_gate_protocol_ko" -> "qfuds_saga_revisions_first_second_arc_release_wave_ko";
  "qfuds_saga_revisions_first_second_arc_formal_retention_gate_protocol_ko" -> "qfuds_saga_revisions_reader_feedback_ai_tell_consolidation_ko";
  "qfuds_saga_revisions_first_second_arc_formal_retention_gate_protocol_ko" -> "qfuds_saga_production_board_ko";
  "qfuds_saga_revisions_origin_sael_webnovel_retention_gate_run_20260622_1308777_ko" -> "qfuds_saga_revisions_first_second_arc_formal_retention_gate_protocol_ko";
  "qfuds_saga_revisions_origin_sael_webnovel_retention_gate_run_20260622_1308777_ko" -> "qfuds_saga_drafts_origin_sael_webnovel_storyboard_ko";
  "qfuds_saga_revisions_origin_sael_webnovel_retention_gate_run_20260622_bdff1c7_ko" -> "qfuds_saga_revisions_origin_sael_webnovel_retention_gate_run_20260622_1308777_ko";
  "qfuds_saga_revisions_origin_sael_webnovel_retention_gate_run_20260622_bdff1c7_ko" -> "qfuds_saga_drafts_origin_sael_webnovel_storyboard_ko";
  "qfuds_saga_revisions_origin_sael_webnovel_retention_gate_run_20260622_b5f0edf_ko" -> "qfuds_saga_revisions_origin_sael_webnovel_retention_gate_run_20260622_bdff1c7_ko";
  "qfuds_saga_revisions_origin_sael_webnovel_retention_gate_run_20260622_b5f0edf_ko" -> "qfuds_saga_drafts_origin_sael_webnovel_storyboard_ko";
  "qfuds_saga_revisions_origin_sael_fullnovel_retention_comprehension_gate_20260622_c91e9be_ko" -> "qfuds_saga_revisions_first_second_arc_formal_retention_gate_protocol_ko";
  "qfuds_saga_revisions_origin_sael_fullnovel_retention_comprehension_gate_20260622_c91e9be_ko" -> "qfuds_saga_drafts_origin_sael_full_novel_korean_primary";
  "qfuds_saga_revisions_mara_fullnovel_retention_comprehension_gate_20260623_a41bcb9_ko" -> "qfuds_saga_revisions_first_second_arc_formal_retention_gate_protocol_ko";
  "qfuds_saga_revisions_mara_fullnovel_retention_comprehension_gate_20260623_a41bcb9_ko" -> "qfuds_saga_drafts_mara_full_novel_korean_primary";
  "qfuds_saga_revisions_mara_order_totem_two_readings_seed_design_ko" -> "qfuds_saga_drafts_mara_full_novel_korean_primary";
  "qfuds_saga_revisions_mara_order_totem_two_readings_seed_design_ko" -> "qfuds_saga_revisions_mara_fullnovel_retention_comprehension_gate_20260623_a41bcb9_ko";
  "qfuds_saga_revisions_mara_order_totem_two_readings_seed_design_ko" -> "qfuds_saga_character_map_and_timeline_coordinates_ko";
  "qfuds_saga_consistency_audit_2026_07_01_ko" -> "qfuds_saga_near_future_recenter_direction_ko";
  "qfuds_saga_consistency_audit_2026_07_01_ko" -> "qfuds_saga_character_map_and_timeline_coordinates_ko";
  "qfuds_saga_consistency_audit_2026_07_01_ko" -> "qfuds_saga_machine_childhood_ai_history_narrator_throughline_ko";
  "qfuds_saga_revisions_index_ko" -> "qfuds_saga_index_ko";
  "qfuds_saga_pre_reboot_first_arc_release_manifest_ko" -> "qfuds_saga_release_index_ko";
  "qfuds_saga_pre_reboot_first_arc_release_manifest_ko" -> "qfuds_saga_first_arc_release_immersion_revision_plan_ko";
  "qfuds_saga_pre_reboot_first_arc_release_manifest_ko" -> "qfuds_saga_first_arc_book1_outline_reboot_ko";
  "qfuds_saga_pre_reboot_first_arc_release_manifest_ko" -> "qfuds_saga_first_arc_scene_cards_ko";
  "qfuds_saga_release_index_ko" -> "qfuds_saga_index_ko";
  "qfuds_saga_index_ko" -> "wiki_fiction_index" [style=dashed, color=red];
  "qfuds_saga_index_ko" -> "qfuds_fiction_saga_index_ko" [style=dashed, color=red];
  "qfuds_saga_index_ko" -> "qfuds_lineage_agentic_research_system_ko" [style=dashed, color=red];
  "qfuds_verse_universe_index_ko" -> "fiction_catalog_index_ko" [style=dashed, color=red];
  "qfuds_verse_universe_index_ko" -> "fiction_ip_management_system_ko" [style=dashed, color=red];
  "qfuds_verse_universe_index_ko" -> "qfuds_saga_index_ko";
+   "qfuds_verse_fiction_v2_reader_report_ko" -> "qfuds_saga_final_chronicler_report_ko";
+   "qfuds_verse_fiction_v2_reader_report_ko" -> "qfuds_saga_chronicler_pass_plan_ko";
+   "qfuds_verse_fiction_v2_reader_report_ko" -> "qfuds_saga_canon_authority_and_ssot_map_ko";
+   "qfuds_verse_fiction_v2_reader_report_ko" -> "qfuds_saga_first_arc_reader_orientation_world_and_cast_ko";
+   "qfuds_verse_fiction_v2_reader_report_ko" -> "qfuds_verse_qday_two_crisis_timeline_spine_ko";
+   "qfuds_verse_fiction_v2_reader_report_ko" -> "qfuds_saga_qday_aftermath_timeline_and_world_ko";
+   "qfuds_verse_fiction_v2_reader_report_ko" -> "qfuds_saga_restoration_mechanism_correction_ko";
+   "qfuds_verse_fiction_v2_reader_report_ko" -> "qfuds_saga_character_map_and_timeline_coordinates_ko";
+   "qfuds_verse_fiction_v2_source_triage_ko" -> "qfuds_saga_final_chronicler_report_ko";
+   "qfuds_verse_fiction_v2_source_triage_ko" -> "qfuds_saga_chronicler_pass_plan_ko";
+   "qfuds_verse_fiction_v2_source_triage_ko" -> "qfuds_saga_canon_authority_and_ssot_map_ko";
+   "qfuds_verse_codex_web_deploy_ko" -> "qfuds_verse_codex_web_readme_ko";
+   "qfuds_verse_codex_web_readme_ko" -> "qfuds_verse_universe_index_ko";
}